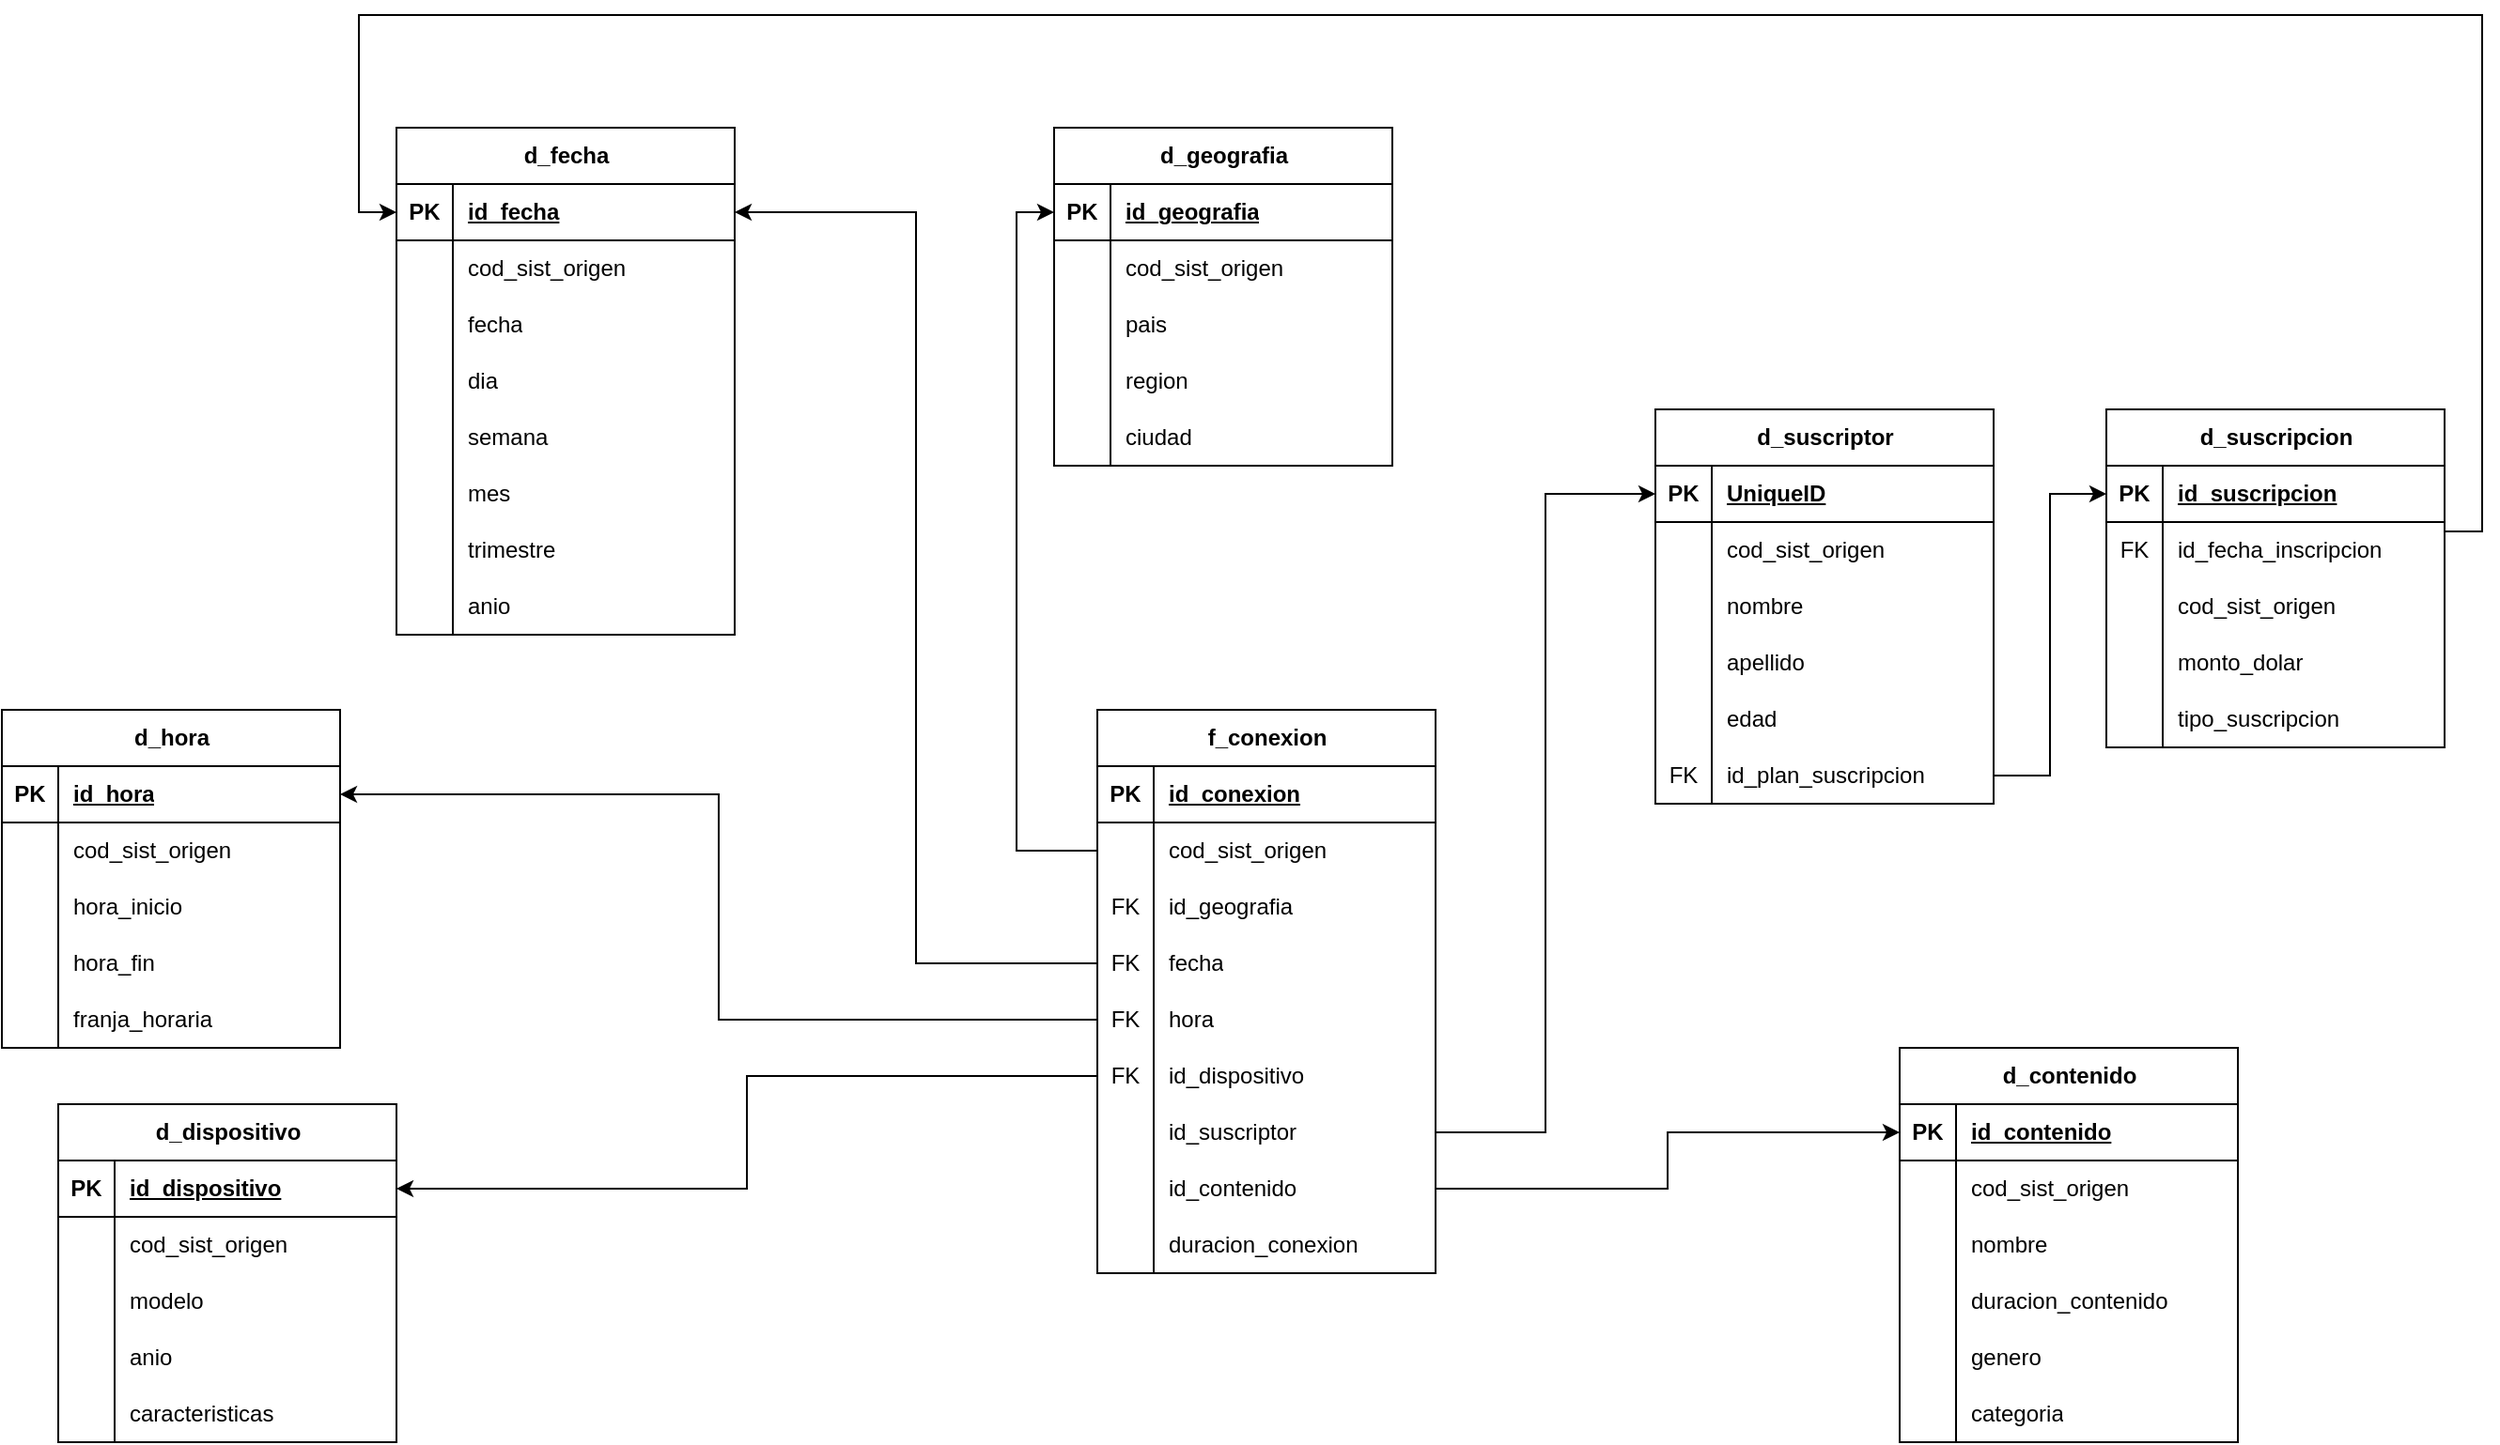
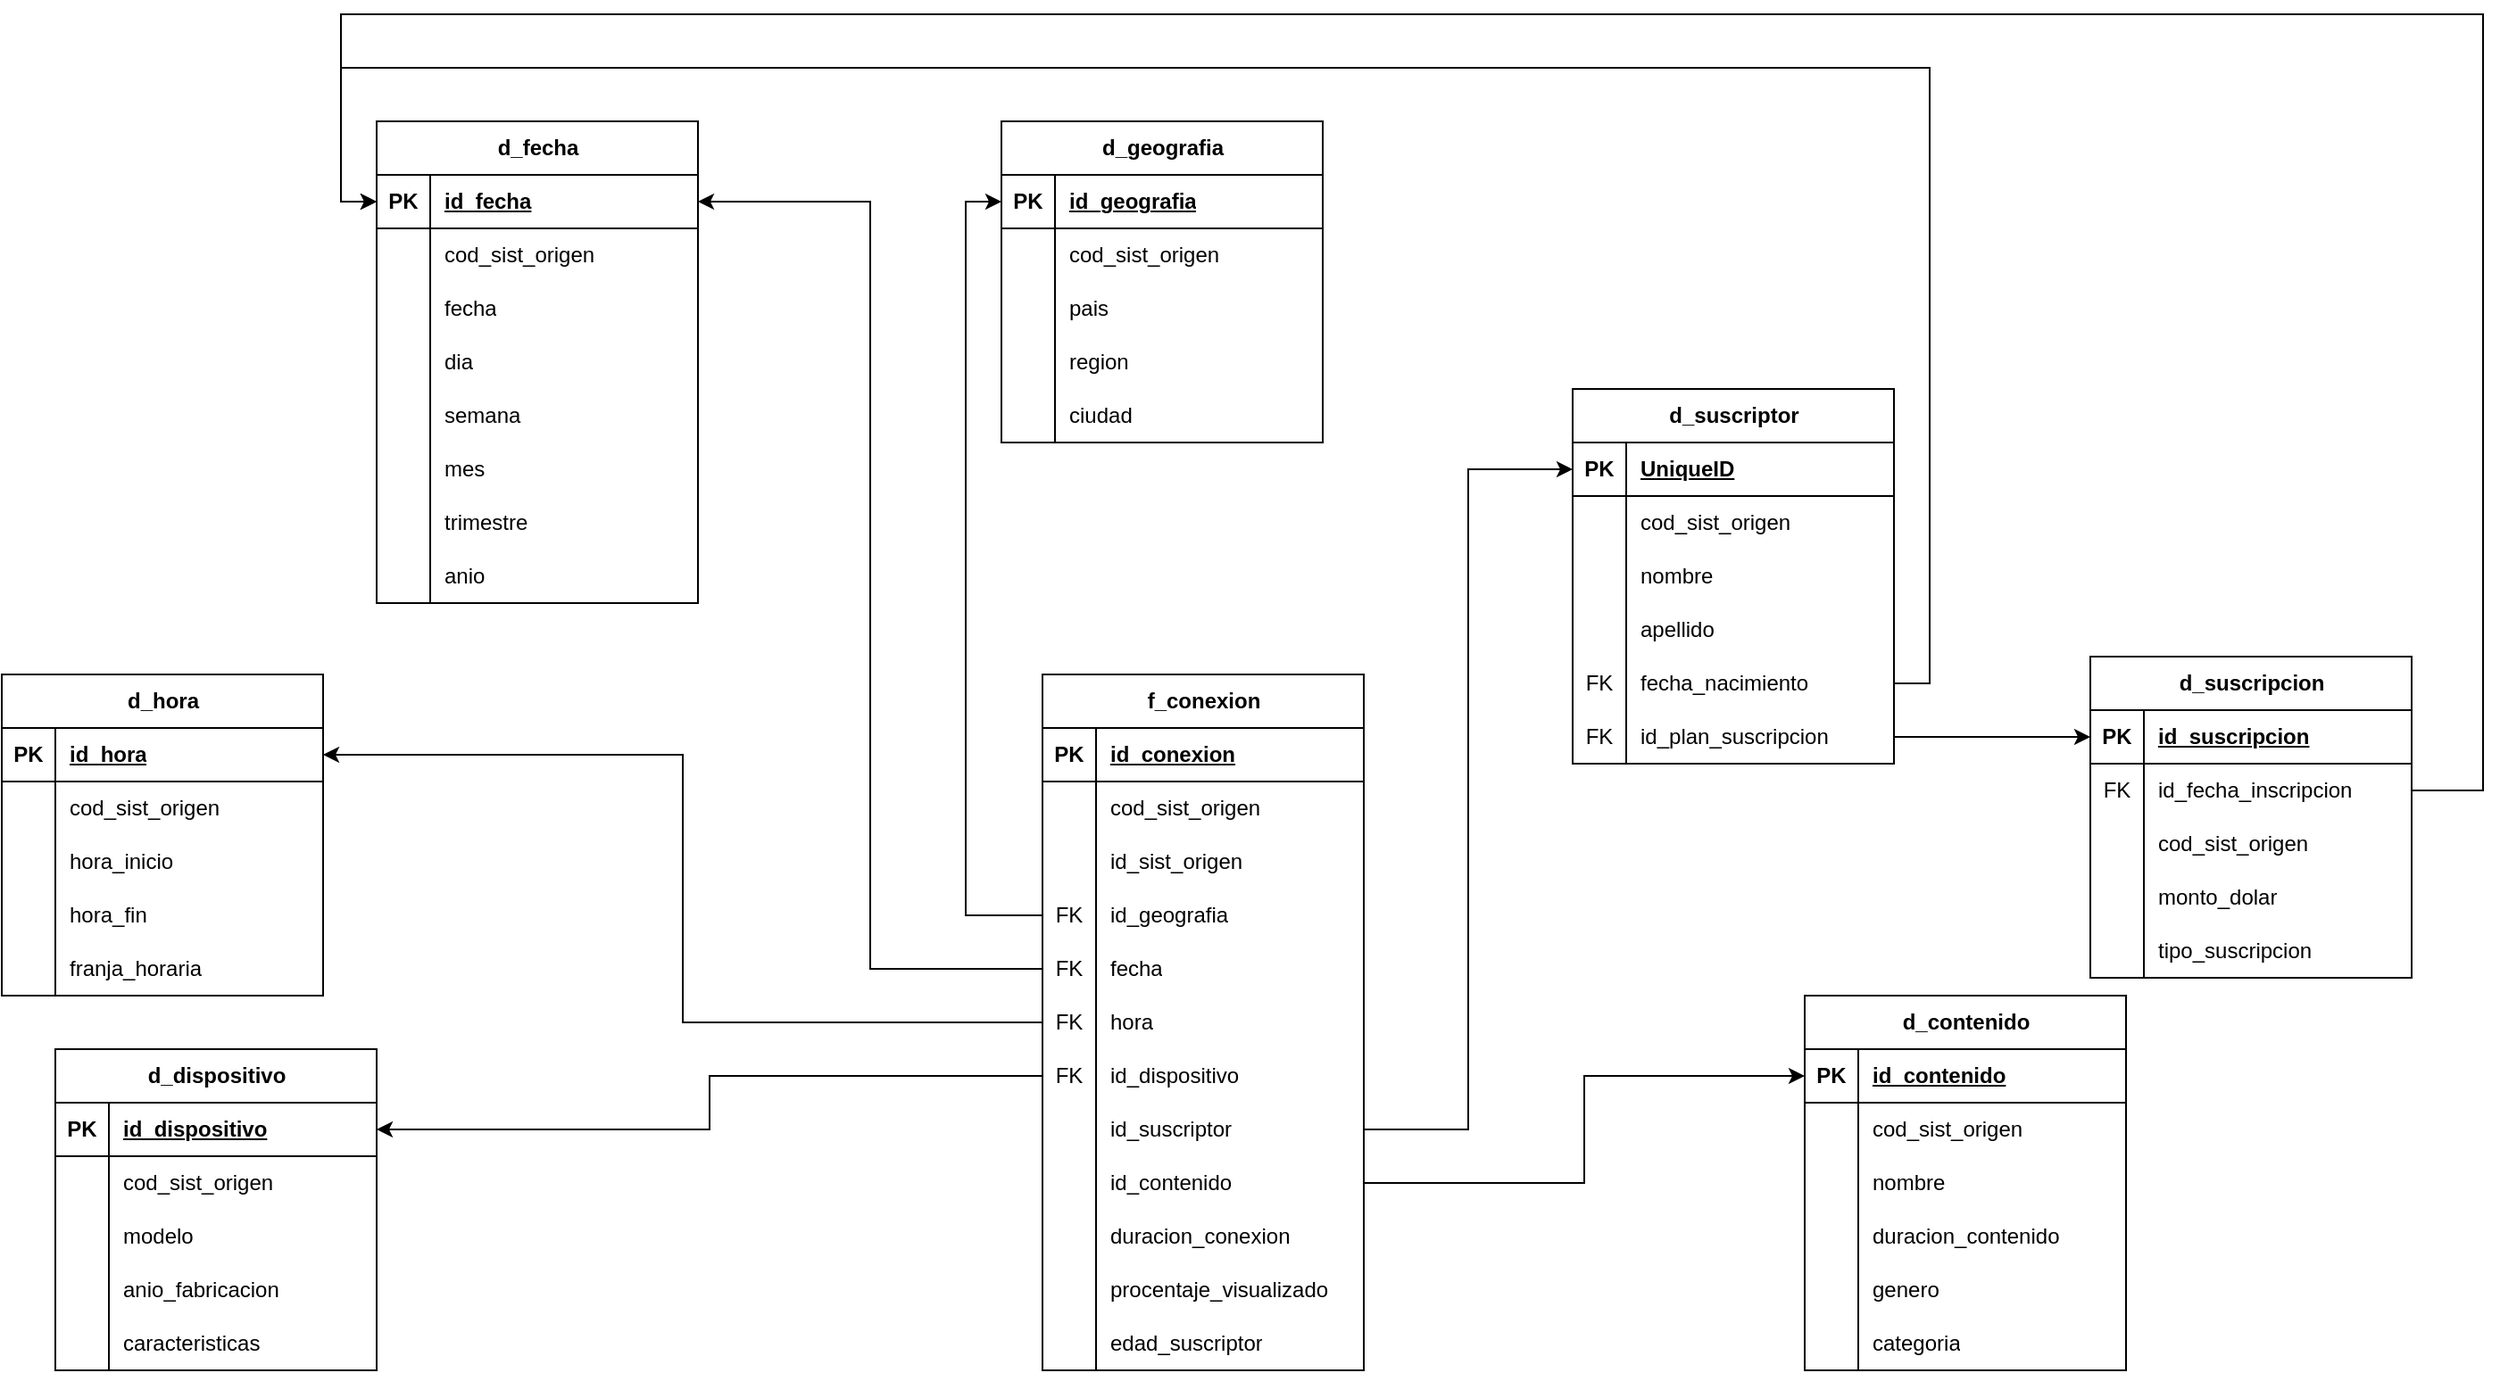
<mxfile host="app.diagrams.net">
  <diagram name="Página-1" id="CJSrgQ3mgTWEq4AmTGNy">
    <mxGraphModel dx="2311" dy="1884" grid="1" gridSize="10" guides="1" tooltips="1" connect="1" arrows="1" fold="1" page="1" pageScale="1" pageWidth="827" pageHeight="1169" math="0" shadow="0">
      <root>
        <mxCell id="0" />
        <mxCell id="1" parent="0" />
        <mxCell id="_npB_olXc3t6ZuDcXEgX-1" parent="1" style="shape=table;startSize=30;container=1;collapsible=1;childLayout=tableLayout;fixedRows=1;rowLines=0;fontStyle=1;align=center;resizeLast=1;html=1;" value="d_geografia" vertex="1">
          <mxGeometry height="180" width="180" x="390" y="-280" as="geometry" />
        </mxCell>
        <mxCell id="_npB_olXc3t6ZuDcXEgX-2" parent="_npB_olXc3t6ZuDcXEgX-1" style="shape=tableRow;horizontal=0;startSize=0;swimlaneHead=0;swimlaneBody=0;fillColor=none;collapsible=0;dropTarget=0;points=[[0,0.5],[1,0.5]];portConstraint=eastwest;top=0;left=0;right=0;bottom=1;" value="" vertex="1">
          <mxGeometry height="30" width="180" y="30" as="geometry" />
        </mxCell>
        <mxCell id="_npB_olXc3t6ZuDcXEgX-3" parent="_npB_olXc3t6ZuDcXEgX-2" style="shape=partialRectangle;connectable=0;fillColor=none;top=0;left=0;bottom=0;right=0;fontStyle=1;overflow=hidden;whiteSpace=wrap;html=1;" value="PK" vertex="1">
          <mxGeometry height="30" width="30" as="geometry">
            <mxRectangle height="30" width="30" as="alternateBounds" />
          </mxGeometry>
        </mxCell>
        <mxCell id="_npB_olXc3t6ZuDcXEgX-4" parent="_npB_olXc3t6ZuDcXEgX-2" style="shape=partialRectangle;connectable=0;fillColor=none;top=0;left=0;bottom=0;right=0;align=left;spacingLeft=6;fontStyle=5;overflow=hidden;whiteSpace=wrap;html=1;" value="id_geografia" vertex="1">
          <mxGeometry height="30" width="150" x="30" as="geometry">
            <mxRectangle height="30" width="150" as="alternateBounds" />
          </mxGeometry>
        </mxCell>
        <mxCell id="_npB_olXc3t6ZuDcXEgX-5" parent="_npB_olXc3t6ZuDcXEgX-1" style="shape=tableRow;horizontal=0;startSize=0;swimlaneHead=0;swimlaneBody=0;fillColor=none;collapsible=0;dropTarget=0;points=[[0,0.5],[1,0.5]];portConstraint=eastwest;top=0;left=0;right=0;bottom=0;" value="" vertex="1">
          <mxGeometry height="30" width="180" y="60" as="geometry" />
        </mxCell>
        <mxCell id="_npB_olXc3t6ZuDcXEgX-6" parent="_npB_olXc3t6ZuDcXEgX-5" style="shape=partialRectangle;connectable=0;fillColor=none;top=0;left=0;bottom=0;right=0;editable=1;overflow=hidden;whiteSpace=wrap;html=1;" value="" vertex="1">
          <mxGeometry height="30" width="30" as="geometry">
            <mxRectangle height="30" width="30" as="alternateBounds" />
          </mxGeometry>
        </mxCell>
        <mxCell id="_npB_olXc3t6ZuDcXEgX-7" parent="_npB_olXc3t6ZuDcXEgX-5" style="shape=partialRectangle;connectable=0;fillColor=none;top=0;left=0;bottom=0;right=0;align=left;spacingLeft=6;overflow=hidden;whiteSpace=wrap;html=1;" value="cod_sist_origen" vertex="1">
          <mxGeometry height="30" width="150" x="30" as="geometry">
            <mxRectangle height="30" width="150" as="alternateBounds" />
          </mxGeometry>
        </mxCell>
        <mxCell id="cPr3DCjvWUAbPxRIG4sF-52" parent="_npB_olXc3t6ZuDcXEgX-1" style="shape=tableRow;horizontal=0;startSize=0;swimlaneHead=0;swimlaneBody=0;fillColor=none;collapsible=0;dropTarget=0;points=[[0,0.5],[1,0.5]];portConstraint=eastwest;top=0;left=0;right=0;bottom=0;" value="" vertex="1">
          <mxGeometry height="30" width="180" y="90" as="geometry" />
        </mxCell>
        <mxCell id="cPr3DCjvWUAbPxRIG4sF-53" parent="cPr3DCjvWUAbPxRIG4sF-52" style="shape=partialRectangle;connectable=0;fillColor=none;top=0;left=0;bottom=0;right=0;editable=1;overflow=hidden;whiteSpace=wrap;html=1;" value="" vertex="1">
          <mxGeometry height="30" width="30" as="geometry">
            <mxRectangle height="30" width="30" as="alternateBounds" />
          </mxGeometry>
        </mxCell>
        <mxCell id="cPr3DCjvWUAbPxRIG4sF-54" parent="cPr3DCjvWUAbPxRIG4sF-52" style="shape=partialRectangle;connectable=0;fillColor=none;top=0;left=0;bottom=0;right=0;align=left;spacingLeft=6;overflow=hidden;whiteSpace=wrap;html=1;" value="pais" vertex="1">
          <mxGeometry height="30" width="150" x="30" as="geometry">
            <mxRectangle height="30" width="150" as="alternateBounds" />
          </mxGeometry>
        </mxCell>
        <mxCell id="_npB_olXc3t6ZuDcXEgX-8" parent="_npB_olXc3t6ZuDcXEgX-1" style="shape=tableRow;horizontal=0;startSize=0;swimlaneHead=0;swimlaneBody=0;fillColor=none;collapsible=0;dropTarget=0;points=[[0,0.5],[1,0.5]];portConstraint=eastwest;top=0;left=0;right=0;bottom=0;" value="" vertex="1">
          <mxGeometry height="30" width="180" y="120" as="geometry" />
        </mxCell>
        <mxCell id="_npB_olXc3t6ZuDcXEgX-9" parent="_npB_olXc3t6ZuDcXEgX-8" style="shape=partialRectangle;connectable=0;fillColor=none;top=0;left=0;bottom=0;right=0;editable=1;overflow=hidden;whiteSpace=wrap;html=1;" value="" vertex="1">
          <mxGeometry height="30" width="30" as="geometry">
            <mxRectangle height="30" width="30" as="alternateBounds" />
          </mxGeometry>
        </mxCell>
        <mxCell id="_npB_olXc3t6ZuDcXEgX-10" parent="_npB_olXc3t6ZuDcXEgX-8" style="shape=partialRectangle;connectable=0;fillColor=none;top=0;left=0;bottom=0;right=0;align=left;spacingLeft=6;overflow=hidden;whiteSpace=wrap;html=1;" value="region" vertex="1">
          <mxGeometry height="30" width="150" x="30" as="geometry">
            <mxRectangle height="30" width="150" as="alternateBounds" />
          </mxGeometry>
        </mxCell>
        <mxCell id="_npB_olXc3t6ZuDcXEgX-11" parent="_npB_olXc3t6ZuDcXEgX-1" style="shape=tableRow;horizontal=0;startSize=0;swimlaneHead=0;swimlaneBody=0;fillColor=none;collapsible=0;dropTarget=0;points=[[0,0.5],[1,0.5]];portConstraint=eastwest;top=0;left=0;right=0;bottom=0;" value="" vertex="1">
          <mxGeometry height="30" width="180" y="150" as="geometry" />
        </mxCell>
        <mxCell id="_npB_olXc3t6ZuDcXEgX-12" parent="_npB_olXc3t6ZuDcXEgX-11" style="shape=partialRectangle;connectable=0;fillColor=none;top=0;left=0;bottom=0;right=0;editable=1;overflow=hidden;whiteSpace=wrap;html=1;" value="" vertex="1">
          <mxGeometry height="30" width="30" as="geometry">
            <mxRectangle height="30" width="30" as="alternateBounds" />
          </mxGeometry>
        </mxCell>
        <mxCell id="_npB_olXc3t6ZuDcXEgX-13" parent="_npB_olXc3t6ZuDcXEgX-11" style="shape=partialRectangle;connectable=0;fillColor=none;top=0;left=0;bottom=0;right=0;align=left;spacingLeft=6;overflow=hidden;whiteSpace=wrap;html=1;" value="ciudad" vertex="1">
          <mxGeometry height="30" width="150" x="30" as="geometry">
            <mxRectangle height="30" width="150" as="alternateBounds" />
          </mxGeometry>
        </mxCell>
        <mxCell id="_npB_olXc3t6ZuDcXEgX-40" parent="1" style="shape=table;startSize=30;container=1;collapsible=1;childLayout=tableLayout;fixedRows=1;rowLines=0;fontStyle=1;align=center;resizeLast=1;html=1;" value="f_conexion" vertex="1">
-           <mxGeometry height="300" width="180" x="413" y="30" as="geometry" />
+           <mxGeometry height="390" width="180" x="413" y="30" as="geometry" />
        </mxCell>
        <mxCell id="_npB_olXc3t6ZuDcXEgX-41" parent="_npB_olXc3t6ZuDcXEgX-40" style="shape=tableRow;horizontal=0;startSize=0;swimlaneHead=0;swimlaneBody=0;fillColor=none;collapsible=0;dropTarget=0;points=[[0,0.5],[1,0.5]];portConstraint=eastwest;top=0;left=0;right=0;bottom=1;" value="" vertex="1">
          <mxGeometry height="30" width="180" y="30" as="geometry" />
        </mxCell>
        <mxCell id="_npB_olXc3t6ZuDcXEgX-42" parent="_npB_olXc3t6ZuDcXEgX-41" style="shape=partialRectangle;connectable=0;fillColor=none;top=0;left=0;bottom=0;right=0;fontStyle=1;overflow=hidden;whiteSpace=wrap;html=1;" value="PK" vertex="1">
          <mxGeometry height="30" width="30" as="geometry">
            <mxRectangle height="30" width="30" as="alternateBounds" />
          </mxGeometry>
        </mxCell>
        <mxCell id="_npB_olXc3t6ZuDcXEgX-43" parent="_npB_olXc3t6ZuDcXEgX-41" style="shape=partialRectangle;connectable=0;fillColor=none;top=0;left=0;bottom=0;right=0;align=left;spacingLeft=6;fontStyle=5;overflow=hidden;whiteSpace=wrap;html=1;" value="id_conexion" vertex="1">
          <mxGeometry height="30" width="150" x="30" as="geometry">
            <mxRectangle height="30" width="150" as="alternateBounds" />
          </mxGeometry>
        </mxCell>
        <mxCell id="_npB_olXc3t6ZuDcXEgX-44" parent="_npB_olXc3t6ZuDcXEgX-40" style="shape=tableRow;horizontal=0;startSize=0;swimlaneHead=0;swimlaneBody=0;fillColor=none;collapsible=0;dropTarget=0;points=[[0,0.5],[1,0.5]];portConstraint=eastwest;top=0;left=0;right=0;bottom=0;" value="" vertex="1">
          <mxGeometry height="30" width="180" y="60" as="geometry" />
        </mxCell>
        <mxCell id="_npB_olXc3t6ZuDcXEgX-45" parent="_npB_olXc3t6ZuDcXEgX-44" style="shape=partialRectangle;connectable=0;fillColor=none;top=0;left=0;bottom=0;right=0;editable=1;overflow=hidden;whiteSpace=wrap;html=1;" value="" vertex="1">
          <mxGeometry height="30" width="30" as="geometry">
            <mxRectangle height="30" width="30" as="alternateBounds" />
          </mxGeometry>
        </mxCell>
        <mxCell id="_npB_olXc3t6ZuDcXEgX-46" parent="_npB_olXc3t6ZuDcXEgX-44" style="shape=partialRectangle;connectable=0;fillColor=none;top=0;left=0;bottom=0;right=0;align=left;spacingLeft=6;overflow=hidden;whiteSpace=wrap;html=1;" value="cod_sist_origen" vertex="1">
          <mxGeometry height="30" width="150" x="30" as="geometry">
            <mxRectangle height="30" width="150" as="alternateBounds" />
          </mxGeometry>
        </mxCell>
+         <mxCell id="AWcwqWDgbyF7cdcC-2nv-36" parent="_npB_olXc3t6ZuDcXEgX-40" style="shape=tableRow;horizontal=0;startSize=0;swimlaneHead=0;swimlaneBody=0;fillColor=none;collapsible=0;dropTarget=0;points=[[0,0.5],[1,0.5]];portConstraint=eastwest;top=0;left=0;right=0;bottom=0;" value="" vertex="1">
+           <mxGeometry height="30" width="180" y="90" as="geometry" />
+         </mxCell>
+         <mxCell id="AWcwqWDgbyF7cdcC-2nv-37" parent="AWcwqWDgbyF7cdcC-2nv-36" style="shape=partialRectangle;connectable=0;fillColor=none;top=0;left=0;bottom=0;right=0;editable=1;overflow=hidden;whiteSpace=wrap;html=1;" value="" vertex="1">
+           <mxGeometry height="30" width="30" as="geometry">
+             <mxRectangle height="30" width="30" as="alternateBounds" />
+           </mxGeometry>
+         </mxCell>
+         <mxCell id="AWcwqWDgbyF7cdcC-2nv-38" parent="AWcwqWDgbyF7cdcC-2nv-36" style="shape=partialRectangle;connectable=0;fillColor=none;top=0;left=0;bottom=0;right=0;align=left;spacingLeft=6;overflow=hidden;whiteSpace=wrap;html=1;" value="id_sist_origen" vertex="1">
+           <mxGeometry height="30" width="150" x="30" as="geometry">
+             <mxRectangle height="30" width="150" as="alternateBounds" />
+           </mxGeometry>
+         </mxCell>
        <mxCell id="cPr3DCjvWUAbPxRIG4sF-43" parent="_npB_olXc3t6ZuDcXEgX-40" style="shape=tableRow;horizontal=0;startSize=0;swimlaneHead=0;swimlaneBody=0;fillColor=none;collapsible=0;dropTarget=0;points=[[0,0.5],[1,0.5]];portConstraint=eastwest;top=0;left=0;right=0;bottom=0;" value="" vertex="1">
-           <mxGeometry height="30" width="180" y="90" as="geometry" />
+           <mxGeometry height="30" width="180" y="120" as="geometry" />
        </mxCell>
        <mxCell id="cPr3DCjvWUAbPxRIG4sF-44" parent="cPr3DCjvWUAbPxRIG4sF-43" style="shape=partialRectangle;connectable=0;fillColor=none;top=0;left=0;bottom=0;right=0;editable=1;overflow=hidden;whiteSpace=wrap;html=1;" value="FK" vertex="1">
          <mxGeometry height="30" width="30" as="geometry">
            <mxRectangle height="30" width="30" as="alternateBounds" />
          </mxGeometry>
        </mxCell>
        <mxCell id="cPr3DCjvWUAbPxRIG4sF-45" parent="cPr3DCjvWUAbPxRIG4sF-43" style="shape=partialRectangle;connectable=0;fillColor=none;top=0;left=0;bottom=0;right=0;align=left;spacingLeft=6;overflow=hidden;whiteSpace=wrap;html=1;" value="id_geografia" vertex="1">
          <mxGeometry height="30" width="150" x="30" as="geometry">
            <mxRectangle height="30" width="150" as="alternateBounds" />
          </mxGeometry>
        </mxCell>
        <mxCell id="cPr3DCjvWUAbPxRIG4sF-4" parent="_npB_olXc3t6ZuDcXEgX-40" style="shape=tableRow;horizontal=0;startSize=0;swimlaneHead=0;swimlaneBody=0;fillColor=none;collapsible=0;dropTarget=0;points=[[0,0.5],[1,0.5]];portConstraint=eastwest;top=0;left=0;right=0;bottom=0;" value="" vertex="1">
-           <mxGeometry height="30" width="180" y="120" as="geometry" />
+           <mxGeometry height="30" width="180" y="150" as="geometry" />
        </mxCell>
        <mxCell id="cPr3DCjvWUAbPxRIG4sF-5" parent="cPr3DCjvWUAbPxRIG4sF-4" style="shape=partialRectangle;connectable=0;fillColor=none;top=0;left=0;bottom=0;right=0;editable=1;overflow=hidden;whiteSpace=wrap;html=1;" value="FK" vertex="1">
          <mxGeometry height="30" width="30" as="geometry">
            <mxRectangle height="30" width="30" as="alternateBounds" />
          </mxGeometry>
        </mxCell>
        <mxCell id="cPr3DCjvWUAbPxRIG4sF-6" parent="cPr3DCjvWUAbPxRIG4sF-4" style="shape=partialRectangle;connectable=0;fillColor=none;top=0;left=0;bottom=0;right=0;align=left;spacingLeft=6;overflow=hidden;whiteSpace=wrap;html=1;" value="fecha" vertex="1">
          <mxGeometry height="30" width="150" x="30" as="geometry">
            <mxRectangle height="30" width="150" as="alternateBounds" />
          </mxGeometry>
        </mxCell>
        <mxCell id="_npB_olXc3t6ZuDcXEgX-47" parent="_npB_olXc3t6ZuDcXEgX-40" style="shape=tableRow;horizontal=0;startSize=0;swimlaneHead=0;swimlaneBody=0;fillColor=none;collapsible=0;dropTarget=0;points=[[0,0.5],[1,0.5]];portConstraint=eastwest;top=0;left=0;right=0;bottom=0;" value="" vertex="1">
-           <mxGeometry height="30" width="180" y="150" as="geometry" />
+           <mxGeometry height="30" width="180" y="180" as="geometry" />
        </mxCell>
        <mxCell id="_npB_olXc3t6ZuDcXEgX-48" parent="_npB_olXc3t6ZuDcXEgX-47" style="shape=partialRectangle;connectable=0;fillColor=none;top=0;left=0;bottom=0;right=0;editable=1;overflow=hidden;whiteSpace=wrap;html=1;" value="FK" vertex="1">
          <mxGeometry height="30" width="30" as="geometry">
            <mxRectangle height="30" width="30" as="alternateBounds" />
          </mxGeometry>
        </mxCell>
        <mxCell id="_npB_olXc3t6ZuDcXEgX-49" parent="_npB_olXc3t6ZuDcXEgX-47" style="shape=partialRectangle;connectable=0;fillColor=none;top=0;left=0;bottom=0;right=0;align=left;spacingLeft=6;overflow=hidden;whiteSpace=wrap;html=1;" value="hora" vertex="1">
          <mxGeometry height="30" width="150" x="30" as="geometry">
            <mxRectangle height="30" width="150" as="alternateBounds" />
          </mxGeometry>
        </mxCell>
        <mxCell id="-aOfcUVNLtPOQzGA6vKT-48" parent="_npB_olXc3t6ZuDcXEgX-40" style="shape=tableRow;horizontal=0;startSize=0;swimlaneHead=0;swimlaneBody=0;fillColor=none;collapsible=0;dropTarget=0;points=[[0,0.5],[1,0.5]];portConstraint=eastwest;top=0;left=0;right=0;bottom=0;" value="" vertex="1">
-           <mxGeometry height="30" width="180" y="180" as="geometry" />
+           <mxGeometry height="30" width="180" y="210" as="geometry" />
        </mxCell>
        <mxCell id="-aOfcUVNLtPOQzGA6vKT-49" parent="-aOfcUVNLtPOQzGA6vKT-48" style="shape=partialRectangle;connectable=0;fillColor=none;top=0;left=0;bottom=0;right=0;editable=1;overflow=hidden;whiteSpace=wrap;html=1;" value="FK" vertex="1">
          <mxGeometry height="30" width="30" as="geometry">
            <mxRectangle height="30" width="30" as="alternateBounds" />
          </mxGeometry>
        </mxCell>
        <mxCell id="-aOfcUVNLtPOQzGA6vKT-50" parent="-aOfcUVNLtPOQzGA6vKT-48" style="shape=partialRectangle;connectable=0;fillColor=none;top=0;left=0;bottom=0;right=0;align=left;spacingLeft=6;overflow=hidden;whiteSpace=wrap;html=1;" value="id_dispositivo" vertex="1">
          <mxGeometry height="30" width="150" x="30" as="geometry">
            <mxRectangle height="30" width="150" as="alternateBounds" />
          </mxGeometry>
        </mxCell>
        <mxCell id="-aOfcUVNLtPOQzGA6vKT-31" parent="_npB_olXc3t6ZuDcXEgX-40" style="shape=tableRow;horizontal=0;startSize=0;swimlaneHead=0;swimlaneBody=0;fillColor=none;collapsible=0;dropTarget=0;points=[[0,0.5],[1,0.5]];portConstraint=eastwest;top=0;left=0;right=0;bottom=0;" value="" vertex="1">
-           <mxGeometry height="30" width="180" y="210" as="geometry" />
+           <mxGeometry height="30" width="180" y="240" as="geometry" />
        </mxCell>
        <mxCell id="-aOfcUVNLtPOQzGA6vKT-32" parent="-aOfcUVNLtPOQzGA6vKT-31" style="shape=partialRectangle;connectable=0;fillColor=none;top=0;left=0;bottom=0;right=0;editable=1;overflow=hidden;whiteSpace=wrap;html=1;" value="" vertex="1">
          <mxGeometry height="30" width="30" as="geometry">
            <mxRectangle height="30" width="30" as="alternateBounds" />
          </mxGeometry>
        </mxCell>
        <mxCell id="-aOfcUVNLtPOQzGA6vKT-33" parent="-aOfcUVNLtPOQzGA6vKT-31" style="shape=partialRectangle;connectable=0;fillColor=none;top=0;left=0;bottom=0;right=0;align=left;spacingLeft=6;overflow=hidden;whiteSpace=wrap;html=1;" value="id_suscriptor" vertex="1">
          <mxGeometry height="30" width="150" x="30" as="geometry">
            <mxRectangle height="30" width="150" as="alternateBounds" />
          </mxGeometry>
        </mxCell>
        <mxCell id="cPr3DCjvWUAbPxRIG4sF-8" parent="_npB_olXc3t6ZuDcXEgX-40" style="shape=tableRow;horizontal=0;startSize=0;swimlaneHead=0;swimlaneBody=0;fillColor=none;collapsible=0;dropTarget=0;points=[[0,0.5],[1,0.5]];portConstraint=eastwest;top=0;left=0;right=0;bottom=0;" value="" vertex="1">
-           <mxGeometry height="30" width="180" y="240" as="geometry" />
+           <mxGeometry height="30" width="180" y="270" as="geometry" />
        </mxCell>
        <mxCell id="cPr3DCjvWUAbPxRIG4sF-9" parent="cPr3DCjvWUAbPxRIG4sF-8" style="shape=partialRectangle;connectable=0;fillColor=none;top=0;left=0;bottom=0;right=0;editable=1;overflow=hidden;whiteSpace=wrap;html=1;" value="" vertex="1">
          <mxGeometry height="30" width="30" as="geometry">
            <mxRectangle height="30" width="30" as="alternateBounds" />
          </mxGeometry>
        </mxCell>
        <mxCell id="cPr3DCjvWUAbPxRIG4sF-10" parent="cPr3DCjvWUAbPxRIG4sF-8" style="shape=partialRectangle;connectable=0;fillColor=none;top=0;left=0;bottom=0;right=0;align=left;spacingLeft=6;overflow=hidden;whiteSpace=wrap;html=1;" value="id_contenido" vertex="1">
          <mxGeometry height="30" width="150" x="30" as="geometry">
            <mxRectangle height="30" width="150" as="alternateBounds" />
          </mxGeometry>
        </mxCell>
        <mxCell id="cPr3DCjvWUAbPxRIG4sF-30" parent="_npB_olXc3t6ZuDcXEgX-40" style="shape=tableRow;horizontal=0;startSize=0;swimlaneHead=0;swimlaneBody=0;fillColor=none;collapsible=0;dropTarget=0;points=[[0,0.5],[1,0.5]];portConstraint=eastwest;top=0;left=0;right=0;bottom=0;" value="" vertex="1">
-           <mxGeometry height="30" width="180" y="270" as="geometry" />
+           <mxGeometry height="30" width="180" y="300" as="geometry" />
        </mxCell>
        <mxCell id="cPr3DCjvWUAbPxRIG4sF-31" parent="cPr3DCjvWUAbPxRIG4sF-30" style="shape=partialRectangle;connectable=0;fillColor=none;top=0;left=0;bottom=0;right=0;editable=1;overflow=hidden;whiteSpace=wrap;html=1;" value="" vertex="1">
          <mxGeometry height="30" width="30" as="geometry">
            <mxRectangle height="30" width="30" as="alternateBounds" />
          </mxGeometry>
        </mxCell>
        <mxCell id="cPr3DCjvWUAbPxRIG4sF-32" parent="cPr3DCjvWUAbPxRIG4sF-30" style="shape=partialRectangle;connectable=0;fillColor=none;top=0;left=0;bottom=0;right=0;align=left;spacingLeft=6;overflow=hidden;whiteSpace=wrap;html=1;" value="duracion_conexion" vertex="1">
+           <mxGeometry height="30" width="150" x="30" as="geometry">
+             <mxRectangle height="30" width="150" as="alternateBounds" />
+           </mxGeometry>
+         </mxCell>
+         <mxCell id="AWcwqWDgbyF7cdcC-2nv-33" parent="_npB_olXc3t6ZuDcXEgX-40" style="shape=tableRow;horizontal=0;startSize=0;swimlaneHead=0;swimlaneBody=0;fillColor=none;collapsible=0;dropTarget=0;points=[[0,0.5],[1,0.5]];portConstraint=eastwest;top=0;left=0;right=0;bottom=0;" value="" vertex="1">
+           <mxGeometry height="30" width="180" y="330" as="geometry" />
+         </mxCell>
+         <mxCell id="AWcwqWDgbyF7cdcC-2nv-34" parent="AWcwqWDgbyF7cdcC-2nv-33" style="shape=partialRectangle;connectable=0;fillColor=none;top=0;left=0;bottom=0;right=0;editable=1;overflow=hidden;whiteSpace=wrap;html=1;" value="" vertex="1">
+           <mxGeometry height="30" width="30" as="geometry">
+             <mxRectangle height="30" width="30" as="alternateBounds" />
+           </mxGeometry>
+         </mxCell>
+         <mxCell id="AWcwqWDgbyF7cdcC-2nv-35" parent="AWcwqWDgbyF7cdcC-2nv-33" style="shape=partialRectangle;connectable=0;fillColor=none;top=0;left=0;bottom=0;right=0;align=left;spacingLeft=6;overflow=hidden;whiteSpace=wrap;html=1;" value="procentaje_visualizado" vertex="1">
+           <mxGeometry height="30" width="150" x="30" as="geometry">
+             <mxRectangle height="30" width="150" as="alternateBounds" />
+           </mxGeometry>
+         </mxCell>
+         <mxCell id="AWcwqWDgbyF7cdcC-2nv-29" parent="_npB_olXc3t6ZuDcXEgX-40" style="shape=tableRow;horizontal=0;startSize=0;swimlaneHead=0;swimlaneBody=0;fillColor=none;collapsible=0;dropTarget=0;points=[[0,0.5],[1,0.5]];portConstraint=eastwest;top=0;left=0;right=0;bottom=0;" value="" vertex="1">
+           <mxGeometry height="30" width="180" y="360" as="geometry" />
+         </mxCell>
+         <mxCell id="AWcwqWDgbyF7cdcC-2nv-30" parent="AWcwqWDgbyF7cdcC-2nv-29" style="shape=partialRectangle;connectable=0;fillColor=none;top=0;left=0;bottom=0;right=0;editable=1;overflow=hidden;whiteSpace=wrap;html=1;" value="" vertex="1">
+           <mxGeometry height="30" width="30" as="geometry">
+             <mxRectangle height="30" width="30" as="alternateBounds" />
+           </mxGeometry>
+         </mxCell>
+         <mxCell id="AWcwqWDgbyF7cdcC-2nv-31" parent="AWcwqWDgbyF7cdcC-2nv-29" style="shape=partialRectangle;connectable=0;fillColor=none;top=0;left=0;bottom=0;right=0;align=left;spacingLeft=6;overflow=hidden;whiteSpace=wrap;html=1;" value="edad_suscriptor" vertex="1">
          <mxGeometry height="30" width="150" x="30" as="geometry">
            <mxRectangle height="30" width="150" as="alternateBounds" />
          </mxGeometry>
        </mxCell>
        <mxCell id="_npB_olXc3t6ZuDcXEgX-53" parent="1" style="shape=table;startSize=30;container=1;collapsible=1;childLayout=tableLayout;fixedRows=1;rowLines=0;fontStyle=1;align=center;resizeLast=1;html=1;" value="d_suscriptor" vertex="1">
          <mxGeometry height="210" width="180" x="710" y="-130" as="geometry" />
        </mxCell>
        <mxCell id="_npB_olXc3t6ZuDcXEgX-54" parent="_npB_olXc3t6ZuDcXEgX-53" style="shape=tableRow;horizontal=0;startSize=0;swimlaneHead=0;swimlaneBody=0;fillColor=none;collapsible=0;dropTarget=0;points=[[0,0.5],[1,0.5]];portConstraint=eastwest;top=0;left=0;right=0;bottom=1;" value="" vertex="1">
          <mxGeometry height="30" width="180" y="30" as="geometry" />
        </mxCell>
        <mxCell id="_npB_olXc3t6ZuDcXEgX-55" parent="_npB_olXc3t6ZuDcXEgX-54" style="shape=partialRectangle;connectable=0;fillColor=none;top=0;left=0;bottom=0;right=0;fontStyle=1;overflow=hidden;whiteSpace=wrap;html=1;" value="PK" vertex="1">
          <mxGeometry height="30" width="30" as="geometry">
            <mxRectangle height="30" width="30" as="alternateBounds" />
          </mxGeometry>
        </mxCell>
        <mxCell id="_npB_olXc3t6ZuDcXEgX-56" parent="_npB_olXc3t6ZuDcXEgX-54" style="shape=partialRectangle;connectable=0;fillColor=none;top=0;left=0;bottom=0;right=0;align=left;spacingLeft=6;fontStyle=5;overflow=hidden;whiteSpace=wrap;html=1;" value="UniqueID" vertex="1">
          <mxGeometry height="30" width="150" x="30" as="geometry">
            <mxRectangle height="30" width="150" as="alternateBounds" />
          </mxGeometry>
        </mxCell>
        <mxCell id="_npB_olXc3t6ZuDcXEgX-57" parent="_npB_olXc3t6ZuDcXEgX-53" style="shape=tableRow;horizontal=0;startSize=0;swimlaneHead=0;swimlaneBody=0;fillColor=none;collapsible=0;dropTarget=0;points=[[0,0.5],[1,0.5]];portConstraint=eastwest;top=0;left=0;right=0;bottom=0;" value="" vertex="1">
          <mxGeometry height="30" width="180" y="60" as="geometry" />
        </mxCell>
        <mxCell id="_npB_olXc3t6ZuDcXEgX-58" parent="_npB_olXc3t6ZuDcXEgX-57" style="shape=partialRectangle;connectable=0;fillColor=none;top=0;left=0;bottom=0;right=0;editable=1;overflow=hidden;whiteSpace=wrap;html=1;" value="" vertex="1">
          <mxGeometry height="30" width="30" as="geometry">
            <mxRectangle height="30" width="30" as="alternateBounds" />
          </mxGeometry>
        </mxCell>
        <mxCell id="_npB_olXc3t6ZuDcXEgX-59" parent="_npB_olXc3t6ZuDcXEgX-57" style="shape=partialRectangle;connectable=0;fillColor=none;top=0;left=0;bottom=0;right=0;align=left;spacingLeft=6;overflow=hidden;whiteSpace=wrap;html=1;" value="cod_sist_origen" vertex="1">
          <mxGeometry height="30" width="150" x="30" as="geometry">
            <mxRectangle height="30" width="150" as="alternateBounds" />
          </mxGeometry>
        </mxCell>
        <mxCell id="cPr3DCjvWUAbPxRIG4sF-46" parent="_npB_olXc3t6ZuDcXEgX-53" style="shape=tableRow;horizontal=0;startSize=0;swimlaneHead=0;swimlaneBody=0;fillColor=none;collapsible=0;dropTarget=0;points=[[0,0.5],[1,0.5]];portConstraint=eastwest;top=0;left=0;right=0;bottom=0;" value="" vertex="1">
          <mxGeometry height="30" width="180" y="90" as="geometry" />
        </mxCell>
        <mxCell id="cPr3DCjvWUAbPxRIG4sF-47" parent="cPr3DCjvWUAbPxRIG4sF-46" style="shape=partialRectangle;connectable=0;fillColor=none;top=0;left=0;bottom=0;right=0;editable=1;overflow=hidden;whiteSpace=wrap;html=1;" value="" vertex="1">
          <mxGeometry height="30" width="30" as="geometry">
            <mxRectangle height="30" width="30" as="alternateBounds" />
          </mxGeometry>
        </mxCell>
        <mxCell id="cPr3DCjvWUAbPxRIG4sF-48" parent="cPr3DCjvWUAbPxRIG4sF-46" style="shape=partialRectangle;connectable=0;fillColor=none;top=0;left=0;bottom=0;right=0;align=left;spacingLeft=6;overflow=hidden;whiteSpace=wrap;html=1;" value="nombre" vertex="1">
          <mxGeometry height="30" width="150" x="30" as="geometry">
            <mxRectangle height="30" width="150" as="alternateBounds" />
          </mxGeometry>
        </mxCell>
        <mxCell id="_npB_olXc3t6ZuDcXEgX-60" parent="_npB_olXc3t6ZuDcXEgX-53" style="shape=tableRow;horizontal=0;startSize=0;swimlaneHead=0;swimlaneBody=0;fillColor=none;collapsible=0;dropTarget=0;points=[[0,0.5],[1,0.5]];portConstraint=eastwest;top=0;left=0;right=0;bottom=0;" value="" vertex="1">
          <mxGeometry height="30" width="180" y="120" as="geometry" />
        </mxCell>
        <mxCell id="_npB_olXc3t6ZuDcXEgX-61" parent="_npB_olXc3t6ZuDcXEgX-60" style="shape=partialRectangle;connectable=0;fillColor=none;top=0;left=0;bottom=0;right=0;editable=1;overflow=hidden;whiteSpace=wrap;html=1;" value="" vertex="1">
          <mxGeometry height="30" width="30" as="geometry">
            <mxRectangle height="30" width="30" as="alternateBounds" />
          </mxGeometry>
        </mxCell>
        <mxCell id="_npB_olXc3t6ZuDcXEgX-62" parent="_npB_olXc3t6ZuDcXEgX-60" style="shape=partialRectangle;connectable=0;fillColor=none;top=0;left=0;bottom=0;right=0;align=left;spacingLeft=6;overflow=hidden;whiteSpace=wrap;html=1;" value="apellido" vertex="1">
          <mxGeometry height="30" width="150" x="30" as="geometry">
            <mxRectangle height="30" width="150" as="alternateBounds" />
          </mxGeometry>
        </mxCell>
        <mxCell id="_npB_olXc3t6ZuDcXEgX-63" parent="_npB_olXc3t6ZuDcXEgX-53" style="shape=tableRow;horizontal=0;startSize=0;swimlaneHead=0;swimlaneBody=0;fillColor=none;collapsible=0;dropTarget=0;points=[[0,0.5],[1,0.5]];portConstraint=eastwest;top=0;left=0;right=0;bottom=0;" value="" vertex="1">
          <mxGeometry height="30" width="180" y="150" as="geometry" />
        </mxCell>
-         <mxCell id="_npB_olXc3t6ZuDcXEgX-64" parent="_npB_olXc3t6ZuDcXEgX-63" style="shape=partialRectangle;connectable=0;fillColor=none;top=0;left=0;bottom=0;right=0;editable=1;overflow=hidden;whiteSpace=wrap;html=1;" value="" vertex="1">
-           <mxGeometry height="30" width="30" as="geometry">
-             <mxRectangle height="30" width="30" as="alternateBounds" />
-           </mxGeometry>
-         </mxCell>
-         <mxCell id="_npB_olXc3t6ZuDcXEgX-65" parent="_npB_olXc3t6ZuDcXEgX-63" style="shape=partialRectangle;connectable=0;fillColor=none;top=0;left=0;bottom=0;right=0;align=left;spacingLeft=6;overflow=hidden;whiteSpace=wrap;html=1;" value="edad" vertex="1">
+         <mxCell id="_npB_olXc3t6ZuDcXEgX-64" parent="_npB_olXc3t6ZuDcXEgX-63" style="shape=partialRectangle;connectable=0;fillColor=none;top=0;left=0;bottom=0;right=0;editable=1;overflow=hidden;whiteSpace=wrap;html=1;" value="FK" vertex="1">
+           <mxGeometry height="30" width="30" as="geometry">
+             <mxRectangle height="30" width="30" as="alternateBounds" />
+           </mxGeometry>
+         </mxCell>
+         <mxCell id="_npB_olXc3t6ZuDcXEgX-65" parent="_npB_olXc3t6ZuDcXEgX-63" style="shape=partialRectangle;connectable=0;fillColor=none;top=0;left=0;bottom=0;right=0;align=left;spacingLeft=6;overflow=hidden;whiteSpace=wrap;html=1;" value="fecha_nacimiento" vertex="1">
          <mxGeometry height="30" width="150" x="30" as="geometry">
            <mxRectangle height="30" width="150" as="alternateBounds" />
          </mxGeometry>
        </mxCell>
        <mxCell id="-aOfcUVNLtPOQzGA6vKT-22" parent="_npB_olXc3t6ZuDcXEgX-53" style="shape=tableRow;horizontal=0;startSize=0;swimlaneHead=0;swimlaneBody=0;fillColor=none;collapsible=0;dropTarget=0;points=[[0,0.5],[1,0.5]];portConstraint=eastwest;top=0;left=0;right=0;bottom=0;" value="" vertex="1">
          <mxGeometry height="30" width="180" y="180" as="geometry" />
        </mxCell>
        <mxCell id="-aOfcUVNLtPOQzGA6vKT-23" parent="-aOfcUVNLtPOQzGA6vKT-22" style="shape=partialRectangle;connectable=0;fillColor=none;top=0;left=0;bottom=0;right=0;editable=1;overflow=hidden;whiteSpace=wrap;html=1;" value="FK" vertex="1">
          <mxGeometry height="30" width="30" as="geometry">
            <mxRectangle height="30" width="30" as="alternateBounds" />
          </mxGeometry>
        </mxCell>
        <mxCell id="-aOfcUVNLtPOQzGA6vKT-24" parent="-aOfcUVNLtPOQzGA6vKT-22" style="shape=partialRectangle;connectable=0;fillColor=none;top=0;left=0;bottom=0;right=0;align=left;spacingLeft=6;overflow=hidden;whiteSpace=wrap;html=1;" value="id_plan_suscripcion" vertex="1">
          <mxGeometry height="30" width="150" x="30" as="geometry">
            <mxRectangle height="30" width="150" as="alternateBounds" />
          </mxGeometry>
        </mxCell>
        <mxCell id="_npB_olXc3t6ZuDcXEgX-66" parent="1" style="shape=table;startSize=30;container=1;collapsible=1;childLayout=tableLayout;fixedRows=1;rowLines=0;fontStyle=1;align=center;resizeLast=1;html=1;" value="d_dispositivo" vertex="1">
          <mxGeometry height="180" width="180" x="-140" y="240" as="geometry" />
        </mxCell>
        <mxCell id="_npB_olXc3t6ZuDcXEgX-67" parent="_npB_olXc3t6ZuDcXEgX-66" style="shape=tableRow;horizontal=0;startSize=0;swimlaneHead=0;swimlaneBody=0;fillColor=none;collapsible=0;dropTarget=0;points=[[0,0.5],[1,0.5]];portConstraint=eastwest;top=0;left=0;right=0;bottom=1;" value="" vertex="1">
          <mxGeometry height="30" width="180" y="30" as="geometry" />
        </mxCell>
        <mxCell id="_npB_olXc3t6ZuDcXEgX-68" parent="_npB_olXc3t6ZuDcXEgX-67" style="shape=partialRectangle;connectable=0;fillColor=none;top=0;left=0;bottom=0;right=0;fontStyle=1;overflow=hidden;whiteSpace=wrap;html=1;" value="PK" vertex="1">
          <mxGeometry height="30" width="30" as="geometry">
            <mxRectangle height="30" width="30" as="alternateBounds" />
          </mxGeometry>
        </mxCell>
        <mxCell id="_npB_olXc3t6ZuDcXEgX-69" parent="_npB_olXc3t6ZuDcXEgX-67" style="shape=partialRectangle;connectable=0;fillColor=none;top=0;left=0;bottom=0;right=0;align=left;spacingLeft=6;fontStyle=5;overflow=hidden;whiteSpace=wrap;html=1;" value="id_dispositivo" vertex="1">
          <mxGeometry height="30" width="150" x="30" as="geometry">
            <mxRectangle height="30" width="150" as="alternateBounds" />
          </mxGeometry>
        </mxCell>
        <mxCell id="_npB_olXc3t6ZuDcXEgX-70" parent="_npB_olXc3t6ZuDcXEgX-66" style="shape=tableRow;horizontal=0;startSize=0;swimlaneHead=0;swimlaneBody=0;fillColor=none;collapsible=0;dropTarget=0;points=[[0,0.5],[1,0.5]];portConstraint=eastwest;top=0;left=0;right=0;bottom=0;" value="" vertex="1">
          <mxGeometry height="30" width="180" y="60" as="geometry" />
        </mxCell>
        <mxCell id="_npB_olXc3t6ZuDcXEgX-71" parent="_npB_olXc3t6ZuDcXEgX-70" style="shape=partialRectangle;connectable=0;fillColor=none;top=0;left=0;bottom=0;right=0;editable=1;overflow=hidden;whiteSpace=wrap;html=1;" value="" vertex="1">
          <mxGeometry height="30" width="30" as="geometry">
            <mxRectangle height="30" width="30" as="alternateBounds" />
          </mxGeometry>
        </mxCell>
        <mxCell id="_npB_olXc3t6ZuDcXEgX-72" parent="_npB_olXc3t6ZuDcXEgX-70" style="shape=partialRectangle;connectable=0;fillColor=none;top=0;left=0;bottom=0;right=0;align=left;spacingLeft=6;overflow=hidden;whiteSpace=wrap;html=1;" value="cod_sist_origen" vertex="1">
          <mxGeometry height="30" width="150" x="30" as="geometry">
            <mxRectangle height="30" width="150" as="alternateBounds" />
          </mxGeometry>
        </mxCell>
        <mxCell id="cPr3DCjvWUAbPxRIG4sF-61" parent="_npB_olXc3t6ZuDcXEgX-66" style="shape=tableRow;horizontal=0;startSize=0;swimlaneHead=0;swimlaneBody=0;fillColor=none;collapsible=0;dropTarget=0;points=[[0,0.5],[1,0.5]];portConstraint=eastwest;top=0;left=0;right=0;bottom=0;" value="" vertex="1">
          <mxGeometry height="30" width="180" y="90" as="geometry" />
        </mxCell>
        <mxCell id="cPr3DCjvWUAbPxRIG4sF-62" parent="cPr3DCjvWUAbPxRIG4sF-61" style="shape=partialRectangle;connectable=0;fillColor=none;top=0;left=0;bottom=0;right=0;editable=1;overflow=hidden;whiteSpace=wrap;html=1;" value="" vertex="1">
          <mxGeometry height="30" width="30" as="geometry">
            <mxRectangle height="30" width="30" as="alternateBounds" />
          </mxGeometry>
        </mxCell>
        <mxCell id="cPr3DCjvWUAbPxRIG4sF-63" parent="cPr3DCjvWUAbPxRIG4sF-61" style="shape=partialRectangle;connectable=0;fillColor=none;top=0;left=0;bottom=0;right=0;align=left;spacingLeft=6;overflow=hidden;whiteSpace=wrap;html=1;" value="modelo" vertex="1">
          <mxGeometry height="30" width="150" x="30" as="geometry">
            <mxRectangle height="30" width="150" as="alternateBounds" />
          </mxGeometry>
        </mxCell>
        <mxCell id="_npB_olXc3t6ZuDcXEgX-73" parent="_npB_olXc3t6ZuDcXEgX-66" style="shape=tableRow;horizontal=0;startSize=0;swimlaneHead=0;swimlaneBody=0;fillColor=none;collapsible=0;dropTarget=0;points=[[0,0.5],[1,0.5]];portConstraint=eastwest;top=0;left=0;right=0;bottom=0;" value="" vertex="1">
          <mxGeometry height="30" width="180" y="120" as="geometry" />
        </mxCell>
        <mxCell id="_npB_olXc3t6ZuDcXEgX-74" parent="_npB_olXc3t6ZuDcXEgX-73" style="shape=partialRectangle;connectable=0;fillColor=none;top=0;left=0;bottom=0;right=0;editable=1;overflow=hidden;whiteSpace=wrap;html=1;" value="" vertex="1">
          <mxGeometry height="30" width="30" as="geometry">
            <mxRectangle height="30" width="30" as="alternateBounds" />
          </mxGeometry>
        </mxCell>
-         <mxCell id="_npB_olXc3t6ZuDcXEgX-75" parent="_npB_olXc3t6ZuDcXEgX-73" style="shape=partialRectangle;connectable=0;fillColor=none;top=0;left=0;bottom=0;right=0;align=left;spacingLeft=6;overflow=hidden;whiteSpace=wrap;html=1;" value="anio" vertex="1">
+         <mxCell id="_npB_olXc3t6ZuDcXEgX-75" parent="_npB_olXc3t6ZuDcXEgX-73" style="shape=partialRectangle;connectable=0;fillColor=none;top=0;left=0;bottom=0;right=0;align=left;spacingLeft=6;overflow=hidden;whiteSpace=wrap;html=1;" value="anio_fabricacion" vertex="1">
          <mxGeometry height="30" width="150" x="30" as="geometry">
            <mxRectangle height="30" width="150" as="alternateBounds" />
          </mxGeometry>
        </mxCell>
        <mxCell id="_npB_olXc3t6ZuDcXEgX-76" parent="_npB_olXc3t6ZuDcXEgX-66" style="shape=tableRow;horizontal=0;startSize=0;swimlaneHead=0;swimlaneBody=0;fillColor=none;collapsible=0;dropTarget=0;points=[[0,0.5],[1,0.5]];portConstraint=eastwest;top=0;left=0;right=0;bottom=0;" value="" vertex="1">
          <mxGeometry height="30" width="180" y="150" as="geometry" />
        </mxCell>
        <mxCell id="_npB_olXc3t6ZuDcXEgX-77" parent="_npB_olXc3t6ZuDcXEgX-76" style="shape=partialRectangle;connectable=0;fillColor=none;top=0;left=0;bottom=0;right=0;editable=1;overflow=hidden;whiteSpace=wrap;html=1;" value="" vertex="1">
          <mxGeometry height="30" width="30" as="geometry">
            <mxRectangle height="30" width="30" as="alternateBounds" />
          </mxGeometry>
        </mxCell>
        <mxCell id="_npB_olXc3t6ZuDcXEgX-78" parent="_npB_olXc3t6ZuDcXEgX-76" style="shape=partialRectangle;connectable=0;fillColor=none;top=0;left=0;bottom=0;right=0;align=left;spacingLeft=6;overflow=hidden;whiteSpace=wrap;html=1;" value="caracteristicas" vertex="1">
          <mxGeometry height="30" width="150" x="30" as="geometry">
            <mxRectangle height="30" width="150" as="alternateBounds" />
          </mxGeometry>
        </mxCell>
        <mxCell id="_npB_olXc3t6ZuDcXEgX-79" parent="1" style="shape=table;startSize=30;container=1;collapsible=1;childLayout=tableLayout;fixedRows=1;rowLines=0;fontStyle=1;align=center;resizeLast=1;html=1;" value="d_contenido" vertex="1">
          <mxGeometry height="210" width="180" x="840" y="210" as="geometry" />
        </mxCell>
        <mxCell id="_npB_olXc3t6ZuDcXEgX-80" parent="_npB_olXc3t6ZuDcXEgX-79" style="shape=tableRow;horizontal=0;startSize=0;swimlaneHead=0;swimlaneBody=0;fillColor=none;collapsible=0;dropTarget=0;points=[[0,0.5],[1,0.5]];portConstraint=eastwest;top=0;left=0;right=0;bottom=1;" value="" vertex="1">
          <mxGeometry height="30" width="180" y="30" as="geometry" />
        </mxCell>
        <mxCell id="_npB_olXc3t6ZuDcXEgX-81" parent="_npB_olXc3t6ZuDcXEgX-80" style="shape=partialRectangle;connectable=0;fillColor=none;top=0;left=0;bottom=0;right=0;fontStyle=1;overflow=hidden;whiteSpace=wrap;html=1;" value="PK" vertex="1">
          <mxGeometry height="30" width="30" as="geometry">
            <mxRectangle height="30" width="30" as="alternateBounds" />
          </mxGeometry>
        </mxCell>
        <mxCell id="_npB_olXc3t6ZuDcXEgX-82" parent="_npB_olXc3t6ZuDcXEgX-80" style="shape=partialRectangle;connectable=0;fillColor=none;top=0;left=0;bottom=0;right=0;align=left;spacingLeft=6;fontStyle=5;overflow=hidden;whiteSpace=wrap;html=1;" value="id_contenido" vertex="1">
          <mxGeometry height="30" width="150" x="30" as="geometry">
            <mxRectangle height="30" width="150" as="alternateBounds" />
          </mxGeometry>
        </mxCell>
        <mxCell id="_npB_olXc3t6ZuDcXEgX-86" parent="_npB_olXc3t6ZuDcXEgX-79" style="shape=tableRow;horizontal=0;startSize=0;swimlaneHead=0;swimlaneBody=0;fillColor=none;collapsible=0;dropTarget=0;points=[[0,0.5],[1,0.5]];portConstraint=eastwest;top=0;left=0;right=0;bottom=0;" value="" vertex="1">
          <mxGeometry height="30" width="180" y="60" as="geometry" />
        </mxCell>
        <mxCell id="_npB_olXc3t6ZuDcXEgX-87" parent="_npB_olXc3t6ZuDcXEgX-86" style="shape=partialRectangle;connectable=0;fillColor=none;top=0;left=0;bottom=0;right=0;editable=1;overflow=hidden;whiteSpace=wrap;html=1;" value="" vertex="1">
          <mxGeometry height="30" width="30" as="geometry">
            <mxRectangle height="30" width="30" as="alternateBounds" />
          </mxGeometry>
        </mxCell>
        <mxCell id="_npB_olXc3t6ZuDcXEgX-88" parent="_npB_olXc3t6ZuDcXEgX-86" style="shape=partialRectangle;connectable=0;fillColor=none;top=0;left=0;bottom=0;right=0;align=left;spacingLeft=6;overflow=hidden;whiteSpace=wrap;html=1;" value="cod_sist_origen" vertex="1">
          <mxGeometry height="30" width="150" x="30" as="geometry">
            <mxRectangle height="30" width="150" as="alternateBounds" />
          </mxGeometry>
        </mxCell>
        <mxCell id="v2wwMel5NNtIVrjsRujD-1" parent="_npB_olXc3t6ZuDcXEgX-79" style="shape=tableRow;horizontal=0;startSize=0;swimlaneHead=0;swimlaneBody=0;fillColor=none;collapsible=0;dropTarget=0;points=[[0,0.5],[1,0.5]];portConstraint=eastwest;top=0;left=0;right=0;bottom=0;" value="" vertex="1">
          <mxGeometry height="30" width="180" y="90" as="geometry" />
        </mxCell>
        <mxCell id="v2wwMel5NNtIVrjsRujD-2" parent="v2wwMel5NNtIVrjsRujD-1" style="shape=partialRectangle;connectable=0;fillColor=none;top=0;left=0;bottom=0;right=0;editable=1;overflow=hidden;whiteSpace=wrap;html=1;" value="" vertex="1">
          <mxGeometry height="30" width="30" as="geometry">
            <mxRectangle height="30" width="30" as="alternateBounds" />
          </mxGeometry>
        </mxCell>
        <mxCell id="v2wwMel5NNtIVrjsRujD-3" parent="v2wwMel5NNtIVrjsRujD-1" style="shape=partialRectangle;connectable=0;fillColor=none;top=0;left=0;bottom=0;right=0;align=left;spacingLeft=6;overflow=hidden;whiteSpace=wrap;html=1;" value="nombre" vertex="1">
          <mxGeometry height="30" width="150" x="30" as="geometry">
            <mxRectangle height="30" width="150" as="alternateBounds" />
          </mxGeometry>
        </mxCell>
        <mxCell id="cPr3DCjvWUAbPxRIG4sF-49" parent="_npB_olXc3t6ZuDcXEgX-79" style="shape=tableRow;horizontal=0;startSize=0;swimlaneHead=0;swimlaneBody=0;fillColor=none;collapsible=0;dropTarget=0;points=[[0,0.5],[1,0.5]];portConstraint=eastwest;top=0;left=0;right=0;bottom=0;" value="" vertex="1">
          <mxGeometry height="30" width="180" y="120" as="geometry" />
        </mxCell>
        <mxCell id="cPr3DCjvWUAbPxRIG4sF-50" parent="cPr3DCjvWUAbPxRIG4sF-49" style="shape=partialRectangle;connectable=0;fillColor=none;top=0;left=0;bottom=0;right=0;editable=1;overflow=hidden;whiteSpace=wrap;html=1;" value="" vertex="1">
          <mxGeometry height="30" width="30" as="geometry">
            <mxRectangle height="30" width="30" as="alternateBounds" />
          </mxGeometry>
        </mxCell>
        <mxCell id="cPr3DCjvWUAbPxRIG4sF-51" parent="cPr3DCjvWUAbPxRIG4sF-49" style="shape=partialRectangle;connectable=0;fillColor=none;top=0;left=0;bottom=0;right=0;align=left;spacingLeft=6;overflow=hidden;whiteSpace=wrap;html=1;" value="duracion_contenido" vertex="1">
          <mxGeometry height="30" width="150" x="30" as="geometry">
            <mxRectangle height="30" width="150" as="alternateBounds" />
          </mxGeometry>
        </mxCell>
        <mxCell id="_npB_olXc3t6ZuDcXEgX-89" parent="_npB_olXc3t6ZuDcXEgX-79" style="shape=tableRow;horizontal=0;startSize=0;swimlaneHead=0;swimlaneBody=0;fillColor=none;collapsible=0;dropTarget=0;points=[[0,0.5],[1,0.5]];portConstraint=eastwest;top=0;left=0;right=0;bottom=0;" value="" vertex="1">
          <mxGeometry height="30" width="180" y="150" as="geometry" />
        </mxCell>
        <mxCell id="_npB_olXc3t6ZuDcXEgX-90" parent="_npB_olXc3t6ZuDcXEgX-89" style="shape=partialRectangle;connectable=0;fillColor=none;top=0;left=0;bottom=0;right=0;editable=1;overflow=hidden;whiteSpace=wrap;html=1;" value="" vertex="1">
          <mxGeometry height="30" width="30" as="geometry">
            <mxRectangle height="30" width="30" as="alternateBounds" />
          </mxGeometry>
        </mxCell>
        <mxCell id="_npB_olXc3t6ZuDcXEgX-91" parent="_npB_olXc3t6ZuDcXEgX-89" style="shape=partialRectangle;connectable=0;fillColor=none;top=0;left=0;bottom=0;right=0;align=left;spacingLeft=6;overflow=hidden;whiteSpace=wrap;html=1;" value="genero" vertex="1">
          <mxGeometry height="30" width="150" x="30" as="geometry">
            <mxRectangle height="30" width="150" as="alternateBounds" />
          </mxGeometry>
        </mxCell>
        <mxCell id="cPr3DCjvWUAbPxRIG4sF-12" parent="_npB_olXc3t6ZuDcXEgX-79" style="shape=tableRow;horizontal=0;startSize=0;swimlaneHead=0;swimlaneBody=0;fillColor=none;collapsible=0;dropTarget=0;points=[[0,0.5],[1,0.5]];portConstraint=eastwest;top=0;left=0;right=0;bottom=0;" value="" vertex="1">
          <mxGeometry height="30" width="180" y="180" as="geometry" />
        </mxCell>
        <mxCell id="cPr3DCjvWUAbPxRIG4sF-13" parent="cPr3DCjvWUAbPxRIG4sF-12" style="shape=partialRectangle;connectable=0;fillColor=none;top=0;left=0;bottom=0;right=0;editable=1;overflow=hidden;whiteSpace=wrap;html=1;" value="" vertex="1">
          <mxGeometry height="30" width="30" as="geometry">
            <mxRectangle height="30" width="30" as="alternateBounds" />
          </mxGeometry>
        </mxCell>
        <mxCell id="cPr3DCjvWUAbPxRIG4sF-14" parent="cPr3DCjvWUAbPxRIG4sF-12" style="shape=partialRectangle;connectable=0;fillColor=none;top=0;left=0;bottom=0;right=0;align=left;spacingLeft=6;overflow=hidden;whiteSpace=wrap;html=1;" value="categoria" vertex="1">
          <mxGeometry height="30" width="150" x="30" as="geometry">
            <mxRectangle height="30" width="150" as="alternateBounds" />
          </mxGeometry>
        </mxCell>
        <mxCell id="_npB_olXc3t6ZuDcXEgX-14" parent="1" style="shape=table;startSize=30;container=1;collapsible=1;childLayout=tableLayout;fixedRows=1;rowLines=0;fontStyle=1;align=center;resizeLast=1;html=1;" value="d_fecha" vertex="1">
          <mxGeometry height="270" width="180" x="40" y="-280" as="geometry" />
        </mxCell>
        <mxCell id="_npB_olXc3t6ZuDcXEgX-15" parent="_npB_olXc3t6ZuDcXEgX-14" style="shape=tableRow;horizontal=0;startSize=0;swimlaneHead=0;swimlaneBody=0;fillColor=none;collapsible=0;dropTarget=0;points=[[0,0.5],[1,0.5]];portConstraint=eastwest;top=0;left=0;right=0;bottom=1;" value="" vertex="1">
          <mxGeometry height="30" width="180" y="30" as="geometry" />
        </mxCell>
        <mxCell id="_npB_olXc3t6ZuDcXEgX-16" parent="_npB_olXc3t6ZuDcXEgX-15" style="shape=partialRectangle;connectable=0;fillColor=none;top=0;left=0;bottom=0;right=0;fontStyle=1;overflow=hidden;whiteSpace=wrap;html=1;" value="PK" vertex="1">
          <mxGeometry height="30" width="30" as="geometry">
            <mxRectangle height="30" width="30" as="alternateBounds" />
          </mxGeometry>
        </mxCell>
        <mxCell id="_npB_olXc3t6ZuDcXEgX-17" parent="_npB_olXc3t6ZuDcXEgX-15" style="shape=partialRectangle;connectable=0;fillColor=none;top=0;left=0;bottom=0;right=0;align=left;spacingLeft=6;fontStyle=5;overflow=hidden;whiteSpace=wrap;html=1;" value="id_fecha" vertex="1">
          <mxGeometry height="30" width="150" x="30" as="geometry">
            <mxRectangle height="30" width="150" as="alternateBounds" />
          </mxGeometry>
        </mxCell>
        <mxCell id="_npB_olXc3t6ZuDcXEgX-18" parent="_npB_olXc3t6ZuDcXEgX-14" style="shape=tableRow;horizontal=0;startSize=0;swimlaneHead=0;swimlaneBody=0;fillColor=none;collapsible=0;dropTarget=0;points=[[0,0.5],[1,0.5]];portConstraint=eastwest;top=0;left=0;right=0;bottom=0;" value="" vertex="1">
          <mxGeometry height="30" width="180" y="60" as="geometry" />
        </mxCell>
        <mxCell id="_npB_olXc3t6ZuDcXEgX-19" parent="_npB_olXc3t6ZuDcXEgX-18" style="shape=partialRectangle;connectable=0;fillColor=none;top=0;left=0;bottom=0;right=0;editable=1;overflow=hidden;whiteSpace=wrap;html=1;" value="" vertex="1">
          <mxGeometry height="30" width="30" as="geometry">
            <mxRectangle height="30" width="30" as="alternateBounds" />
          </mxGeometry>
        </mxCell>
        <mxCell id="_npB_olXc3t6ZuDcXEgX-20" parent="_npB_olXc3t6ZuDcXEgX-18" style="shape=partialRectangle;connectable=0;fillColor=none;top=0;left=0;bottom=0;right=0;align=left;spacingLeft=6;overflow=hidden;whiteSpace=wrap;html=1;" value="cod_sist_origen" vertex="1">
          <mxGeometry height="30" width="150" x="30" as="geometry">
            <mxRectangle height="30" width="150" as="alternateBounds" />
          </mxGeometry>
        </mxCell>
        <mxCell id="cPr3DCjvWUAbPxRIG4sF-55" parent="_npB_olXc3t6ZuDcXEgX-14" style="shape=tableRow;horizontal=0;startSize=0;swimlaneHead=0;swimlaneBody=0;fillColor=none;collapsible=0;dropTarget=0;points=[[0,0.5],[1,0.5]];portConstraint=eastwest;top=0;left=0;right=0;bottom=0;" value="" vertex="1">
          <mxGeometry height="30" width="180" y="90" as="geometry" />
        </mxCell>
        <mxCell id="cPr3DCjvWUAbPxRIG4sF-56" parent="cPr3DCjvWUAbPxRIG4sF-55" style="shape=partialRectangle;connectable=0;fillColor=none;top=0;left=0;bottom=0;right=0;editable=1;overflow=hidden;whiteSpace=wrap;html=1;" value="" vertex="1">
          <mxGeometry height="30" width="30" as="geometry">
            <mxRectangle height="30" width="30" as="alternateBounds" />
          </mxGeometry>
        </mxCell>
        <mxCell id="cPr3DCjvWUAbPxRIG4sF-57" parent="cPr3DCjvWUAbPxRIG4sF-55" style="shape=partialRectangle;connectable=0;fillColor=none;top=0;left=0;bottom=0;right=0;align=left;spacingLeft=6;overflow=hidden;whiteSpace=wrap;html=1;" value="fecha" vertex="1">
          <mxGeometry height="30" width="150" x="30" as="geometry">
            <mxRectangle height="30" width="150" as="alternateBounds" />
          </mxGeometry>
        </mxCell>
        <mxCell id="-aOfcUVNLtPOQzGA6vKT-13" parent="_npB_olXc3t6ZuDcXEgX-14" style="shape=tableRow;horizontal=0;startSize=0;swimlaneHead=0;swimlaneBody=0;fillColor=none;collapsible=0;dropTarget=0;points=[[0,0.5],[1,0.5]];portConstraint=eastwest;top=0;left=0;right=0;bottom=0;" value="" vertex="1">
          <mxGeometry height="30" width="180" y="120" as="geometry" />
        </mxCell>
        <mxCell id="-aOfcUVNLtPOQzGA6vKT-14" parent="-aOfcUVNLtPOQzGA6vKT-13" style="shape=partialRectangle;connectable=0;fillColor=none;top=0;left=0;bottom=0;right=0;editable=1;overflow=hidden;whiteSpace=wrap;html=1;" value="" vertex="1">
          <mxGeometry height="30" width="30" as="geometry">
            <mxRectangle height="30" width="30" as="alternateBounds" />
          </mxGeometry>
        </mxCell>
        <mxCell id="-aOfcUVNLtPOQzGA6vKT-15" parent="-aOfcUVNLtPOQzGA6vKT-13" style="shape=partialRectangle;connectable=0;fillColor=none;top=0;left=0;bottom=0;right=0;align=left;spacingLeft=6;overflow=hidden;whiteSpace=wrap;html=1;" value="dia" vertex="1">
          <mxGeometry height="30" width="150" x="30" as="geometry">
            <mxRectangle height="30" width="150" as="alternateBounds" />
          </mxGeometry>
        </mxCell>
        <mxCell id="_npB_olXc3t6ZuDcXEgX-21" parent="_npB_olXc3t6ZuDcXEgX-14" style="shape=tableRow;horizontal=0;startSize=0;swimlaneHead=0;swimlaneBody=0;fillColor=none;collapsible=0;dropTarget=0;points=[[0,0.5],[1,0.5]];portConstraint=eastwest;top=0;left=0;right=0;bottom=0;" value="" vertex="1">
          <mxGeometry height="30" width="180" y="150" as="geometry" />
        </mxCell>
        <mxCell id="_npB_olXc3t6ZuDcXEgX-22" parent="_npB_olXc3t6ZuDcXEgX-21" style="shape=partialRectangle;connectable=0;fillColor=none;top=0;left=0;bottom=0;right=0;editable=1;overflow=hidden;whiteSpace=wrap;html=1;" value="" vertex="1">
          <mxGeometry height="30" width="30" as="geometry">
            <mxRectangle height="30" width="30" as="alternateBounds" />
          </mxGeometry>
        </mxCell>
        <mxCell id="_npB_olXc3t6ZuDcXEgX-23" parent="_npB_olXc3t6ZuDcXEgX-21" style="shape=partialRectangle;connectable=0;fillColor=none;top=0;left=0;bottom=0;right=0;align=left;spacingLeft=6;overflow=hidden;whiteSpace=wrap;html=1;" value="semana" vertex="1">
          <mxGeometry height="30" width="150" x="30" as="geometry">
            <mxRectangle height="30" width="150" as="alternateBounds" />
          </mxGeometry>
        </mxCell>
        <mxCell id="-aOfcUVNLtPOQzGA6vKT-7" parent="_npB_olXc3t6ZuDcXEgX-14" style="shape=tableRow;horizontal=0;startSize=0;swimlaneHead=0;swimlaneBody=0;fillColor=none;collapsible=0;dropTarget=0;points=[[0,0.5],[1,0.5]];portConstraint=eastwest;top=0;left=0;right=0;bottom=0;" value="" vertex="1">
          <mxGeometry height="30" width="180" y="180" as="geometry" />
        </mxCell>
        <mxCell id="-aOfcUVNLtPOQzGA6vKT-8" parent="-aOfcUVNLtPOQzGA6vKT-7" style="shape=partialRectangle;connectable=0;fillColor=none;top=0;left=0;bottom=0;right=0;editable=1;overflow=hidden;whiteSpace=wrap;html=1;" value="&lt;span style=&quot;white-space: pre;&quot;&gt;&#x9;&lt;/span&gt;&lt;span style=&quot;white-space: pre;&quot;&gt;&#x9;&lt;/span&gt;" vertex="1">
          <mxGeometry height="30" width="30" as="geometry">
            <mxRectangle height="30" width="30" as="alternateBounds" />
          </mxGeometry>
        </mxCell>
        <mxCell id="-aOfcUVNLtPOQzGA6vKT-9" parent="-aOfcUVNLtPOQzGA6vKT-7" style="shape=partialRectangle;connectable=0;fillColor=none;top=0;left=0;bottom=0;right=0;align=left;spacingLeft=6;overflow=hidden;whiteSpace=wrap;html=1;" value="mes" vertex="1">
          <mxGeometry height="30" width="150" x="30" as="geometry">
            <mxRectangle height="30" width="150" as="alternateBounds" />
          </mxGeometry>
        </mxCell>
        <mxCell id="_npB_olXc3t6ZuDcXEgX-24" parent="_npB_olXc3t6ZuDcXEgX-14" style="shape=tableRow;horizontal=0;startSize=0;swimlaneHead=0;swimlaneBody=0;fillColor=none;collapsible=0;dropTarget=0;points=[[0,0.5],[1,0.5]];portConstraint=eastwest;top=0;left=0;right=0;bottom=0;" value="" vertex="1">
          <mxGeometry height="30" width="180" y="210" as="geometry" />
        </mxCell>
        <mxCell id="_npB_olXc3t6ZuDcXEgX-25" parent="_npB_olXc3t6ZuDcXEgX-24" style="shape=partialRectangle;connectable=0;fillColor=none;top=0;left=0;bottom=0;right=0;editable=1;overflow=hidden;whiteSpace=wrap;html=1;" value="" vertex="1">
          <mxGeometry height="30" width="30" as="geometry">
            <mxRectangle height="30" width="30" as="alternateBounds" />
          </mxGeometry>
        </mxCell>
        <mxCell id="_npB_olXc3t6ZuDcXEgX-26" parent="_npB_olXc3t6ZuDcXEgX-24" style="shape=partialRectangle;connectable=0;fillColor=none;top=0;left=0;bottom=0;right=0;align=left;spacingLeft=6;overflow=hidden;whiteSpace=wrap;html=1;" value="trimestre" vertex="1">
          <mxGeometry height="30" width="150" x="30" as="geometry">
            <mxRectangle height="30" width="150" as="alternateBounds" />
          </mxGeometry>
        </mxCell>
        <mxCell id="-aOfcUVNLtPOQzGA6vKT-10" parent="_npB_olXc3t6ZuDcXEgX-14" style="shape=tableRow;horizontal=0;startSize=0;swimlaneHead=0;swimlaneBody=0;fillColor=none;collapsible=0;dropTarget=0;points=[[0,0.5],[1,0.5]];portConstraint=eastwest;top=0;left=0;right=0;bottom=0;" value="" vertex="1">
          <mxGeometry height="30" width="180" y="240" as="geometry" />
        </mxCell>
        <mxCell id="-aOfcUVNLtPOQzGA6vKT-11" parent="-aOfcUVNLtPOQzGA6vKT-10" style="shape=partialRectangle;connectable=0;fillColor=none;top=0;left=0;bottom=0;right=0;editable=1;overflow=hidden;whiteSpace=wrap;html=1;" value="" vertex="1">
          <mxGeometry height="30" width="30" as="geometry">
            <mxRectangle height="30" width="30" as="alternateBounds" />
          </mxGeometry>
        </mxCell>
        <mxCell id="-aOfcUVNLtPOQzGA6vKT-12" parent="-aOfcUVNLtPOQzGA6vKT-10" style="shape=partialRectangle;connectable=0;fillColor=none;top=0;left=0;bottom=0;right=0;align=left;spacingLeft=6;overflow=hidden;whiteSpace=wrap;html=1;" value="anio" vertex="1">
          <mxGeometry height="30" width="150" x="30" as="geometry">
            <mxRectangle height="30" width="150" as="alternateBounds" />
          </mxGeometry>
        </mxCell>
        <mxCell id="-aOfcUVNLtPOQzGA6vKT-34" edge="1" parent="1" source="-aOfcUVNLtPOQzGA6vKT-31" style="edgeStyle=orthogonalEdgeStyle;rounded=0;orthogonalLoop=1;jettySize=auto;html=1;exitX=1;exitY=0.5;exitDx=0;exitDy=0;entryX=0;entryY=0.5;entryDx=0;entryDy=0;" target="_npB_olXc3t6ZuDcXEgX-54">
          <mxGeometry relative="1" as="geometry" />
        </mxCell>
        <mxCell id="cPr3DCjvWUAbPxRIG4sF-1" edge="1" parent="1" source="cPr3DCjvWUAbPxRIG4sF-4" style="edgeStyle=orthogonalEdgeStyle;rounded=0;orthogonalLoop=1;jettySize=auto;html=1;exitX=0;exitY=0.5;exitDx=0;exitDy=0;entryX=1;entryY=0.5;entryDx=0;entryDy=0;" target="_npB_olXc3t6ZuDcXEgX-15">
          <mxGeometry relative="1" as="geometry" />
        </mxCell>
        <mxCell id="cPr3DCjvWUAbPxRIG4sF-3" edge="1" parent="1" source="-aOfcUVNLtPOQzGA6vKT-48" style="edgeStyle=orthogonalEdgeStyle;rounded=0;orthogonalLoop=1;jettySize=auto;html=1;exitX=0;exitY=0.5;exitDx=0;exitDy=0;entryX=1;entryY=0.5;entryDx=0;entryDy=0;" target="_npB_olXc3t6ZuDcXEgX-67">
          <mxGeometry relative="1" as="geometry" />
        </mxCell>
-         <mxCell id="cPr3DCjvWUAbPxRIG4sF-7" edge="1" parent="1" source="_npB_olXc3t6ZuDcXEgX-44" style="edgeStyle=orthogonalEdgeStyle;rounded=0;orthogonalLoop=1;jettySize=auto;html=1;exitX=0;exitY=0.5;exitDx=0;exitDy=0;entryX=0;entryY=0.5;entryDx=0;entryDy=0;" target="_npB_olXc3t6ZuDcXEgX-2">
+         <mxCell id="cPr3DCjvWUAbPxRIG4sF-7" edge="1" parent="1" source="cPr3DCjvWUAbPxRIG4sF-43" style="edgeStyle=orthogonalEdgeStyle;rounded=0;orthogonalLoop=1;jettySize=auto;html=1;exitX=0;exitY=0.5;exitDx=0;exitDy=0;entryX=0;entryY=0.5;entryDx=0;entryDy=0;" target="_npB_olXc3t6ZuDcXEgX-2">
          <mxGeometry relative="1" as="geometry" />
        </mxCell>
        <mxCell id="cPr3DCjvWUAbPxRIG4sF-15" edge="1" parent="1" source="cPr3DCjvWUAbPxRIG4sF-8" style="edgeStyle=orthogonalEdgeStyle;rounded=0;orthogonalLoop=1;jettySize=auto;html=1;exitX=1;exitY=0.5;exitDx=0;exitDy=0;entryX=0;entryY=0.5;entryDx=0;entryDy=0;" target="_npB_olXc3t6ZuDcXEgX-80">
          <mxGeometry relative="1" as="geometry" />
        </mxCell>
        <mxCell id="cPr3DCjvWUAbPxRIG4sF-16" parent="1" style="shape=table;startSize=30;container=1;collapsible=1;childLayout=tableLayout;fixedRows=1;rowLines=0;fontStyle=1;align=center;resizeLast=1;html=1;" value="d_hora" vertex="1">
          <mxGeometry height="180" width="180" x="-170" y="30" as="geometry" />
        </mxCell>
        <mxCell id="cPr3DCjvWUAbPxRIG4sF-17" parent="cPr3DCjvWUAbPxRIG4sF-16" style="shape=tableRow;horizontal=0;startSize=0;swimlaneHead=0;swimlaneBody=0;fillColor=none;collapsible=0;dropTarget=0;points=[[0,0.5],[1,0.5]];portConstraint=eastwest;top=0;left=0;right=0;bottom=1;" value="" vertex="1">
          <mxGeometry height="30" width="180" y="30" as="geometry" />
        </mxCell>
        <mxCell id="cPr3DCjvWUAbPxRIG4sF-18" parent="cPr3DCjvWUAbPxRIG4sF-17" style="shape=partialRectangle;connectable=0;fillColor=none;top=0;left=0;bottom=0;right=0;fontStyle=1;overflow=hidden;whiteSpace=wrap;html=1;" value="PK" vertex="1">
          <mxGeometry height="30" width="30" as="geometry">
            <mxRectangle height="30" width="30" as="alternateBounds" />
          </mxGeometry>
        </mxCell>
        <mxCell id="cPr3DCjvWUAbPxRIG4sF-19" parent="cPr3DCjvWUAbPxRIG4sF-17" style="shape=partialRectangle;connectable=0;fillColor=none;top=0;left=0;bottom=0;right=0;align=left;spacingLeft=6;fontStyle=5;overflow=hidden;whiteSpace=wrap;html=1;" value="id_hora" vertex="1">
          <mxGeometry height="30" width="150" x="30" as="geometry">
            <mxRectangle height="30" width="150" as="alternateBounds" />
          </mxGeometry>
        </mxCell>
        <mxCell id="cPr3DCjvWUAbPxRIG4sF-20" parent="cPr3DCjvWUAbPxRIG4sF-16" style="shape=tableRow;horizontal=0;startSize=0;swimlaneHead=0;swimlaneBody=0;fillColor=none;collapsible=0;dropTarget=0;points=[[0,0.5],[1,0.5]];portConstraint=eastwest;top=0;left=0;right=0;bottom=0;" value="" vertex="1">
          <mxGeometry height="30" width="180" y="60" as="geometry" />
        </mxCell>
        <mxCell id="cPr3DCjvWUAbPxRIG4sF-21" parent="cPr3DCjvWUAbPxRIG4sF-20" style="shape=partialRectangle;connectable=0;fillColor=none;top=0;left=0;bottom=0;right=0;editable=1;overflow=hidden;whiteSpace=wrap;html=1;" value="" vertex="1">
          <mxGeometry height="30" width="30" as="geometry">
            <mxRectangle height="30" width="30" as="alternateBounds" />
          </mxGeometry>
        </mxCell>
        <mxCell id="cPr3DCjvWUAbPxRIG4sF-22" parent="cPr3DCjvWUAbPxRIG4sF-20" style="shape=partialRectangle;connectable=0;fillColor=none;top=0;left=0;bottom=0;right=0;align=left;spacingLeft=6;overflow=hidden;whiteSpace=wrap;html=1;" value="cod_sist_origen" vertex="1">
          <mxGeometry height="30" width="150" x="30" as="geometry">
            <mxRectangle height="30" width="150" as="alternateBounds" />
          </mxGeometry>
        </mxCell>
        <mxCell id="cPr3DCjvWUAbPxRIG4sF-58" parent="cPr3DCjvWUAbPxRIG4sF-16" style="shape=tableRow;horizontal=0;startSize=0;swimlaneHead=0;swimlaneBody=0;fillColor=none;collapsible=0;dropTarget=0;points=[[0,0.5],[1,0.5]];portConstraint=eastwest;top=0;left=0;right=0;bottom=0;" value="" vertex="1">
          <mxGeometry height="30" width="180" y="90" as="geometry" />
        </mxCell>
        <mxCell id="cPr3DCjvWUAbPxRIG4sF-59" parent="cPr3DCjvWUAbPxRIG4sF-58" style="shape=partialRectangle;connectable=0;fillColor=none;top=0;left=0;bottom=0;right=0;editable=1;overflow=hidden;whiteSpace=wrap;html=1;" value="" vertex="1">
          <mxGeometry height="30" width="30" as="geometry">
            <mxRectangle height="30" width="30" as="alternateBounds" />
          </mxGeometry>
        </mxCell>
        <mxCell id="cPr3DCjvWUAbPxRIG4sF-60" parent="cPr3DCjvWUAbPxRIG4sF-58" style="shape=partialRectangle;connectable=0;fillColor=none;top=0;left=0;bottom=0;right=0;align=left;spacingLeft=6;overflow=hidden;whiteSpace=wrap;html=1;" value="hora_inicio" vertex="1">
          <mxGeometry height="30" width="150" x="30" as="geometry">
            <mxRectangle height="30" width="150" as="alternateBounds" />
          </mxGeometry>
        </mxCell>
        <mxCell id="cPr3DCjvWUAbPxRIG4sF-23" parent="cPr3DCjvWUAbPxRIG4sF-16" style="shape=tableRow;horizontal=0;startSize=0;swimlaneHead=0;swimlaneBody=0;fillColor=none;collapsible=0;dropTarget=0;points=[[0,0.5],[1,0.5]];portConstraint=eastwest;top=0;left=0;right=0;bottom=0;" value="" vertex="1">
          <mxGeometry height="30" width="180" y="120" as="geometry" />
        </mxCell>
        <mxCell id="cPr3DCjvWUAbPxRIG4sF-24" parent="cPr3DCjvWUAbPxRIG4sF-23" style="shape=partialRectangle;connectable=0;fillColor=none;top=0;left=0;bottom=0;right=0;editable=1;overflow=hidden;whiteSpace=wrap;html=1;" value="" vertex="1">
          <mxGeometry height="30" width="30" as="geometry">
            <mxRectangle height="30" width="30" as="alternateBounds" />
          </mxGeometry>
        </mxCell>
        <mxCell id="cPr3DCjvWUAbPxRIG4sF-25" parent="cPr3DCjvWUAbPxRIG4sF-23" style="shape=partialRectangle;connectable=0;fillColor=none;top=0;left=0;bottom=0;right=0;align=left;spacingLeft=6;overflow=hidden;whiteSpace=wrap;html=1;" value="hora_fin" vertex="1">
          <mxGeometry height="30" width="150" x="30" as="geometry">
            <mxRectangle height="30" width="150" as="alternateBounds" />
          </mxGeometry>
        </mxCell>
        <mxCell id="cPr3DCjvWUAbPxRIG4sF-64" parent="cPr3DCjvWUAbPxRIG4sF-16" style="shape=tableRow;horizontal=0;startSize=0;swimlaneHead=0;swimlaneBody=0;fillColor=none;collapsible=0;dropTarget=0;points=[[0,0.5],[1,0.5]];portConstraint=eastwest;top=0;left=0;right=0;bottom=0;" value="" vertex="1">
          <mxGeometry height="30" width="180" y="150" as="geometry" />
        </mxCell>
        <mxCell id="cPr3DCjvWUAbPxRIG4sF-65" parent="cPr3DCjvWUAbPxRIG4sF-64" style="shape=partialRectangle;connectable=0;fillColor=none;top=0;left=0;bottom=0;right=0;editable=1;overflow=hidden;whiteSpace=wrap;html=1;" value="" vertex="1">
          <mxGeometry height="30" width="30" as="geometry">
            <mxRectangle height="30" width="30" as="alternateBounds" />
          </mxGeometry>
        </mxCell>
        <mxCell id="cPr3DCjvWUAbPxRIG4sF-66" parent="cPr3DCjvWUAbPxRIG4sF-64" style="shape=partialRectangle;connectable=0;fillColor=none;top=0;left=0;bottom=0;right=0;align=left;spacingLeft=6;overflow=hidden;whiteSpace=wrap;html=1;" value="franja_horaria" vertex="1">
          <mxGeometry height="30" width="150" x="30" as="geometry">
            <mxRectangle height="30" width="150" as="alternateBounds" />
          </mxGeometry>
        </mxCell>
        <mxCell id="cPr3DCjvWUAbPxRIG4sF-29" edge="1" parent="1" source="_npB_olXc3t6ZuDcXEgX-47" style="edgeStyle=orthogonalEdgeStyle;rounded=0;orthogonalLoop=1;jettySize=auto;html=1;exitX=0;exitY=0.5;exitDx=0;exitDy=0;entryX=1;entryY=0.5;entryDx=0;entryDy=0;" target="cPr3DCjvWUAbPxRIG4sF-17">
          <mxGeometry relative="1" as="geometry" />
        </mxCell>
        <mxCell id="AWcwqWDgbyF7cdcC-2nv-2" parent="1" style="shape=table;startSize=30;container=1;collapsible=1;childLayout=tableLayout;fixedRows=1;rowLines=0;fontStyle=1;align=center;resizeLast=1;html=1;" value="d_suscripcion" vertex="1">
-           <mxGeometry height="180" width="180" x="950" y="-130" as="geometry" />
+           <mxGeometry height="180" width="180" x="1000" y="20" as="geometry" />
        </mxCell>
        <mxCell id="AWcwqWDgbyF7cdcC-2nv-3" parent="AWcwqWDgbyF7cdcC-2nv-2" style="shape=tableRow;horizontal=0;startSize=0;swimlaneHead=0;swimlaneBody=0;fillColor=none;collapsible=0;dropTarget=0;points=[[0,0.5],[1,0.5]];portConstraint=eastwest;top=0;left=0;right=0;bottom=1;" value="" vertex="1">
          <mxGeometry height="30" width="180" y="30" as="geometry" />
        </mxCell>
        <mxCell id="AWcwqWDgbyF7cdcC-2nv-4" parent="AWcwqWDgbyF7cdcC-2nv-3" style="shape=partialRectangle;connectable=0;fillColor=none;top=0;left=0;bottom=0;right=0;fontStyle=1;overflow=hidden;whiteSpace=wrap;html=1;" value="PK" vertex="1">
          <mxGeometry height="30" width="30" as="geometry">
            <mxRectangle height="30" width="30" as="alternateBounds" />
          </mxGeometry>
        </mxCell>
        <mxCell id="AWcwqWDgbyF7cdcC-2nv-5" parent="AWcwqWDgbyF7cdcC-2nv-3" style="shape=partialRectangle;connectable=0;fillColor=none;top=0;left=0;bottom=0;right=0;align=left;spacingLeft=6;fontStyle=5;overflow=hidden;whiteSpace=wrap;html=1;" value="id_suscripcion" vertex="1">
          <mxGeometry height="30" width="150" x="30" as="geometry">
            <mxRectangle height="30" width="150" as="alternateBounds" />
          </mxGeometry>
        </mxCell>
        <mxCell id="AWcwqWDgbyF7cdcC-2nv-6" parent="AWcwqWDgbyF7cdcC-2nv-2" style="shape=tableRow;horizontal=0;startSize=0;swimlaneHead=0;swimlaneBody=0;fillColor=none;collapsible=0;dropTarget=0;points=[[0,0.5],[1,0.5]];portConstraint=eastwest;top=0;left=0;right=0;bottom=0;" value="" vertex="1">
          <mxGeometry height="30" width="180" y="60" as="geometry" />
        </mxCell>
        <mxCell id="AWcwqWDgbyF7cdcC-2nv-7" parent="AWcwqWDgbyF7cdcC-2nv-6" style="shape=partialRectangle;connectable=0;fillColor=none;top=0;left=0;bottom=0;right=0;editable=1;overflow=hidden;whiteSpace=wrap;html=1;" value="FK" vertex="1">
          <mxGeometry height="30" width="30" as="geometry">
            <mxRectangle height="30" width="30" as="alternateBounds" />
          </mxGeometry>
        </mxCell>
        <mxCell id="AWcwqWDgbyF7cdcC-2nv-8" parent="AWcwqWDgbyF7cdcC-2nv-6" style="shape=partialRectangle;connectable=0;fillColor=none;top=0;left=0;bottom=0;right=0;align=left;spacingLeft=6;overflow=hidden;whiteSpace=wrap;html=1;" value="id_fecha_inscripcion" vertex="1">
          <mxGeometry height="30" width="150" x="30" as="geometry">
            <mxRectangle height="30" width="150" as="alternateBounds" />
          </mxGeometry>
        </mxCell>
        <mxCell id="AWcwqWDgbyF7cdcC-2nv-25" parent="AWcwqWDgbyF7cdcC-2nv-2" style="shape=tableRow;horizontal=0;startSize=0;swimlaneHead=0;swimlaneBody=0;fillColor=none;collapsible=0;dropTarget=0;points=[[0,0.5],[1,0.5]];portConstraint=eastwest;top=0;left=0;right=0;bottom=0;" value="" vertex="1">
          <mxGeometry height="30" width="180" y="90" as="geometry" />
        </mxCell>
        <mxCell id="AWcwqWDgbyF7cdcC-2nv-26" parent="AWcwqWDgbyF7cdcC-2nv-25" style="shape=partialRectangle;connectable=0;fillColor=none;top=0;left=0;bottom=0;right=0;editable=1;overflow=hidden;whiteSpace=wrap;html=1;" value="" vertex="1">
          <mxGeometry height="30" width="30" as="geometry">
            <mxRectangle height="30" width="30" as="alternateBounds" />
          </mxGeometry>
        </mxCell>
        <mxCell id="AWcwqWDgbyF7cdcC-2nv-27" parent="AWcwqWDgbyF7cdcC-2nv-25" style="shape=partialRectangle;connectable=0;fillColor=none;top=0;left=0;bottom=0;right=0;align=left;spacingLeft=6;overflow=hidden;whiteSpace=wrap;html=1;" value="cod_sist_origen" vertex="1">
          <mxGeometry height="30" width="150" x="30" as="geometry">
            <mxRectangle height="30" width="150" as="alternateBounds" />
          </mxGeometry>
        </mxCell>
        <mxCell id="AWcwqWDgbyF7cdcC-2nv-9" parent="AWcwqWDgbyF7cdcC-2nv-2" style="shape=tableRow;horizontal=0;startSize=0;swimlaneHead=0;swimlaneBody=0;fillColor=none;collapsible=0;dropTarget=0;points=[[0,0.5],[1,0.5]];portConstraint=eastwest;top=0;left=0;right=0;bottom=0;" value="" vertex="1">
          <mxGeometry height="30" width="180" y="120" as="geometry" />
        </mxCell>
        <mxCell id="AWcwqWDgbyF7cdcC-2nv-10" parent="AWcwqWDgbyF7cdcC-2nv-9" style="shape=partialRectangle;connectable=0;fillColor=none;top=0;left=0;bottom=0;right=0;editable=1;overflow=hidden;whiteSpace=wrap;html=1;" value="" vertex="1">
          <mxGeometry height="30" width="30" as="geometry">
            <mxRectangle height="30" width="30" as="alternateBounds" />
          </mxGeometry>
        </mxCell>
        <mxCell id="AWcwqWDgbyF7cdcC-2nv-11" parent="AWcwqWDgbyF7cdcC-2nv-9" style="shape=partialRectangle;connectable=0;fillColor=none;top=0;left=0;bottom=0;right=0;align=left;spacingLeft=6;overflow=hidden;whiteSpace=wrap;html=1;" value="monto_dolar" vertex="1">
          <mxGeometry height="30" width="150" x="30" as="geometry">
            <mxRectangle height="30" width="150" as="alternateBounds" />
          </mxGeometry>
        </mxCell>
        <mxCell id="AWcwqWDgbyF7cdcC-2nv-15" parent="AWcwqWDgbyF7cdcC-2nv-2" style="shape=tableRow;horizontal=0;startSize=0;swimlaneHead=0;swimlaneBody=0;fillColor=none;collapsible=0;dropTarget=0;points=[[0,0.5],[1,0.5]];portConstraint=eastwest;top=0;left=0;right=0;bottom=0;" value="" vertex="1">
          <mxGeometry height="30" width="180" y="150" as="geometry" />
        </mxCell>
        <mxCell id="AWcwqWDgbyF7cdcC-2nv-16" parent="AWcwqWDgbyF7cdcC-2nv-15" style="shape=partialRectangle;connectable=0;fillColor=none;top=0;left=0;bottom=0;right=0;editable=1;overflow=hidden;whiteSpace=wrap;html=1;" value="" vertex="1">
          <mxGeometry height="30" width="30" as="geometry">
            <mxRectangle height="30" width="30" as="alternateBounds" />
          </mxGeometry>
        </mxCell>
        <mxCell id="AWcwqWDgbyF7cdcC-2nv-17" parent="AWcwqWDgbyF7cdcC-2nv-15" style="shape=partialRectangle;connectable=0;fillColor=none;top=0;left=0;bottom=0;right=0;align=left;spacingLeft=6;overflow=hidden;whiteSpace=wrap;html=1;" value="tipo_suscripcion" vertex="1">
          <mxGeometry height="30" width="150" x="30" as="geometry">
            <mxRectangle height="30" width="150" as="alternateBounds" />
          </mxGeometry>
        </mxCell>
        <mxCell id="AWcwqWDgbyF7cdcC-2nv-21" edge="1" parent="1" source="-aOfcUVNLtPOQzGA6vKT-22" style="edgeStyle=orthogonalEdgeStyle;rounded=0;orthogonalLoop=1;jettySize=auto;html=1;exitX=1;exitY=0.5;exitDx=0;exitDy=0;entryX=0;entryY=0.5;entryDx=0;entryDy=0;" target="AWcwqWDgbyF7cdcC-2nv-3">
          <mxGeometry relative="1" as="geometry" />
        </mxCell>
        <mxCell id="AWcwqWDgbyF7cdcC-2nv-28" edge="1" parent="1" source="AWcwqWDgbyF7cdcC-2nv-6" style="edgeStyle=orthogonalEdgeStyle;rounded=0;orthogonalLoop=1;jettySize=auto;html=1;exitX=1;exitY=0.5;exitDx=0;exitDy=0;entryX=0;entryY=0.5;entryDx=0;entryDy=0;" target="_npB_olXc3t6ZuDcXEgX-15">
          <mxGeometry relative="1" as="geometry">
            <Array as="points">
-               <mxPoint x="1150" y="-65" />
-               <mxPoint x="1150" y="-340" />
+               <mxPoint x="1220" y="95" />
+               <mxPoint x="1220" y="-340" />
              <mxPoint x="20" y="-340" />
+               <mxPoint x="20" y="-235" />
+             </Array>
+           </mxGeometry>
+         </mxCell>
+         <mxCell id="AWcwqWDgbyF7cdcC-2nv-32" edge="1" parent="1" source="_npB_olXc3t6ZuDcXEgX-63" style="edgeStyle=orthogonalEdgeStyle;rounded=0;orthogonalLoop=1;jettySize=auto;html=1;exitX=1;exitY=0.5;exitDx=0;exitDy=0;entryX=0;entryY=0.5;entryDx=0;entryDy=0;" target="_npB_olXc3t6ZuDcXEgX-15">
+           <mxGeometry relative="1" as="geometry">
+             <Array as="points">
+               <mxPoint x="910" y="35" />
+               <mxPoint x="910" y="-310" />
+               <mxPoint x="20" y="-310" />
              <mxPoint x="20" y="-235" />
            </Array>
          </mxGeometry>
        </mxCell>
      </root>
    </mxGraphModel>
  </diagram>
</mxfile>
